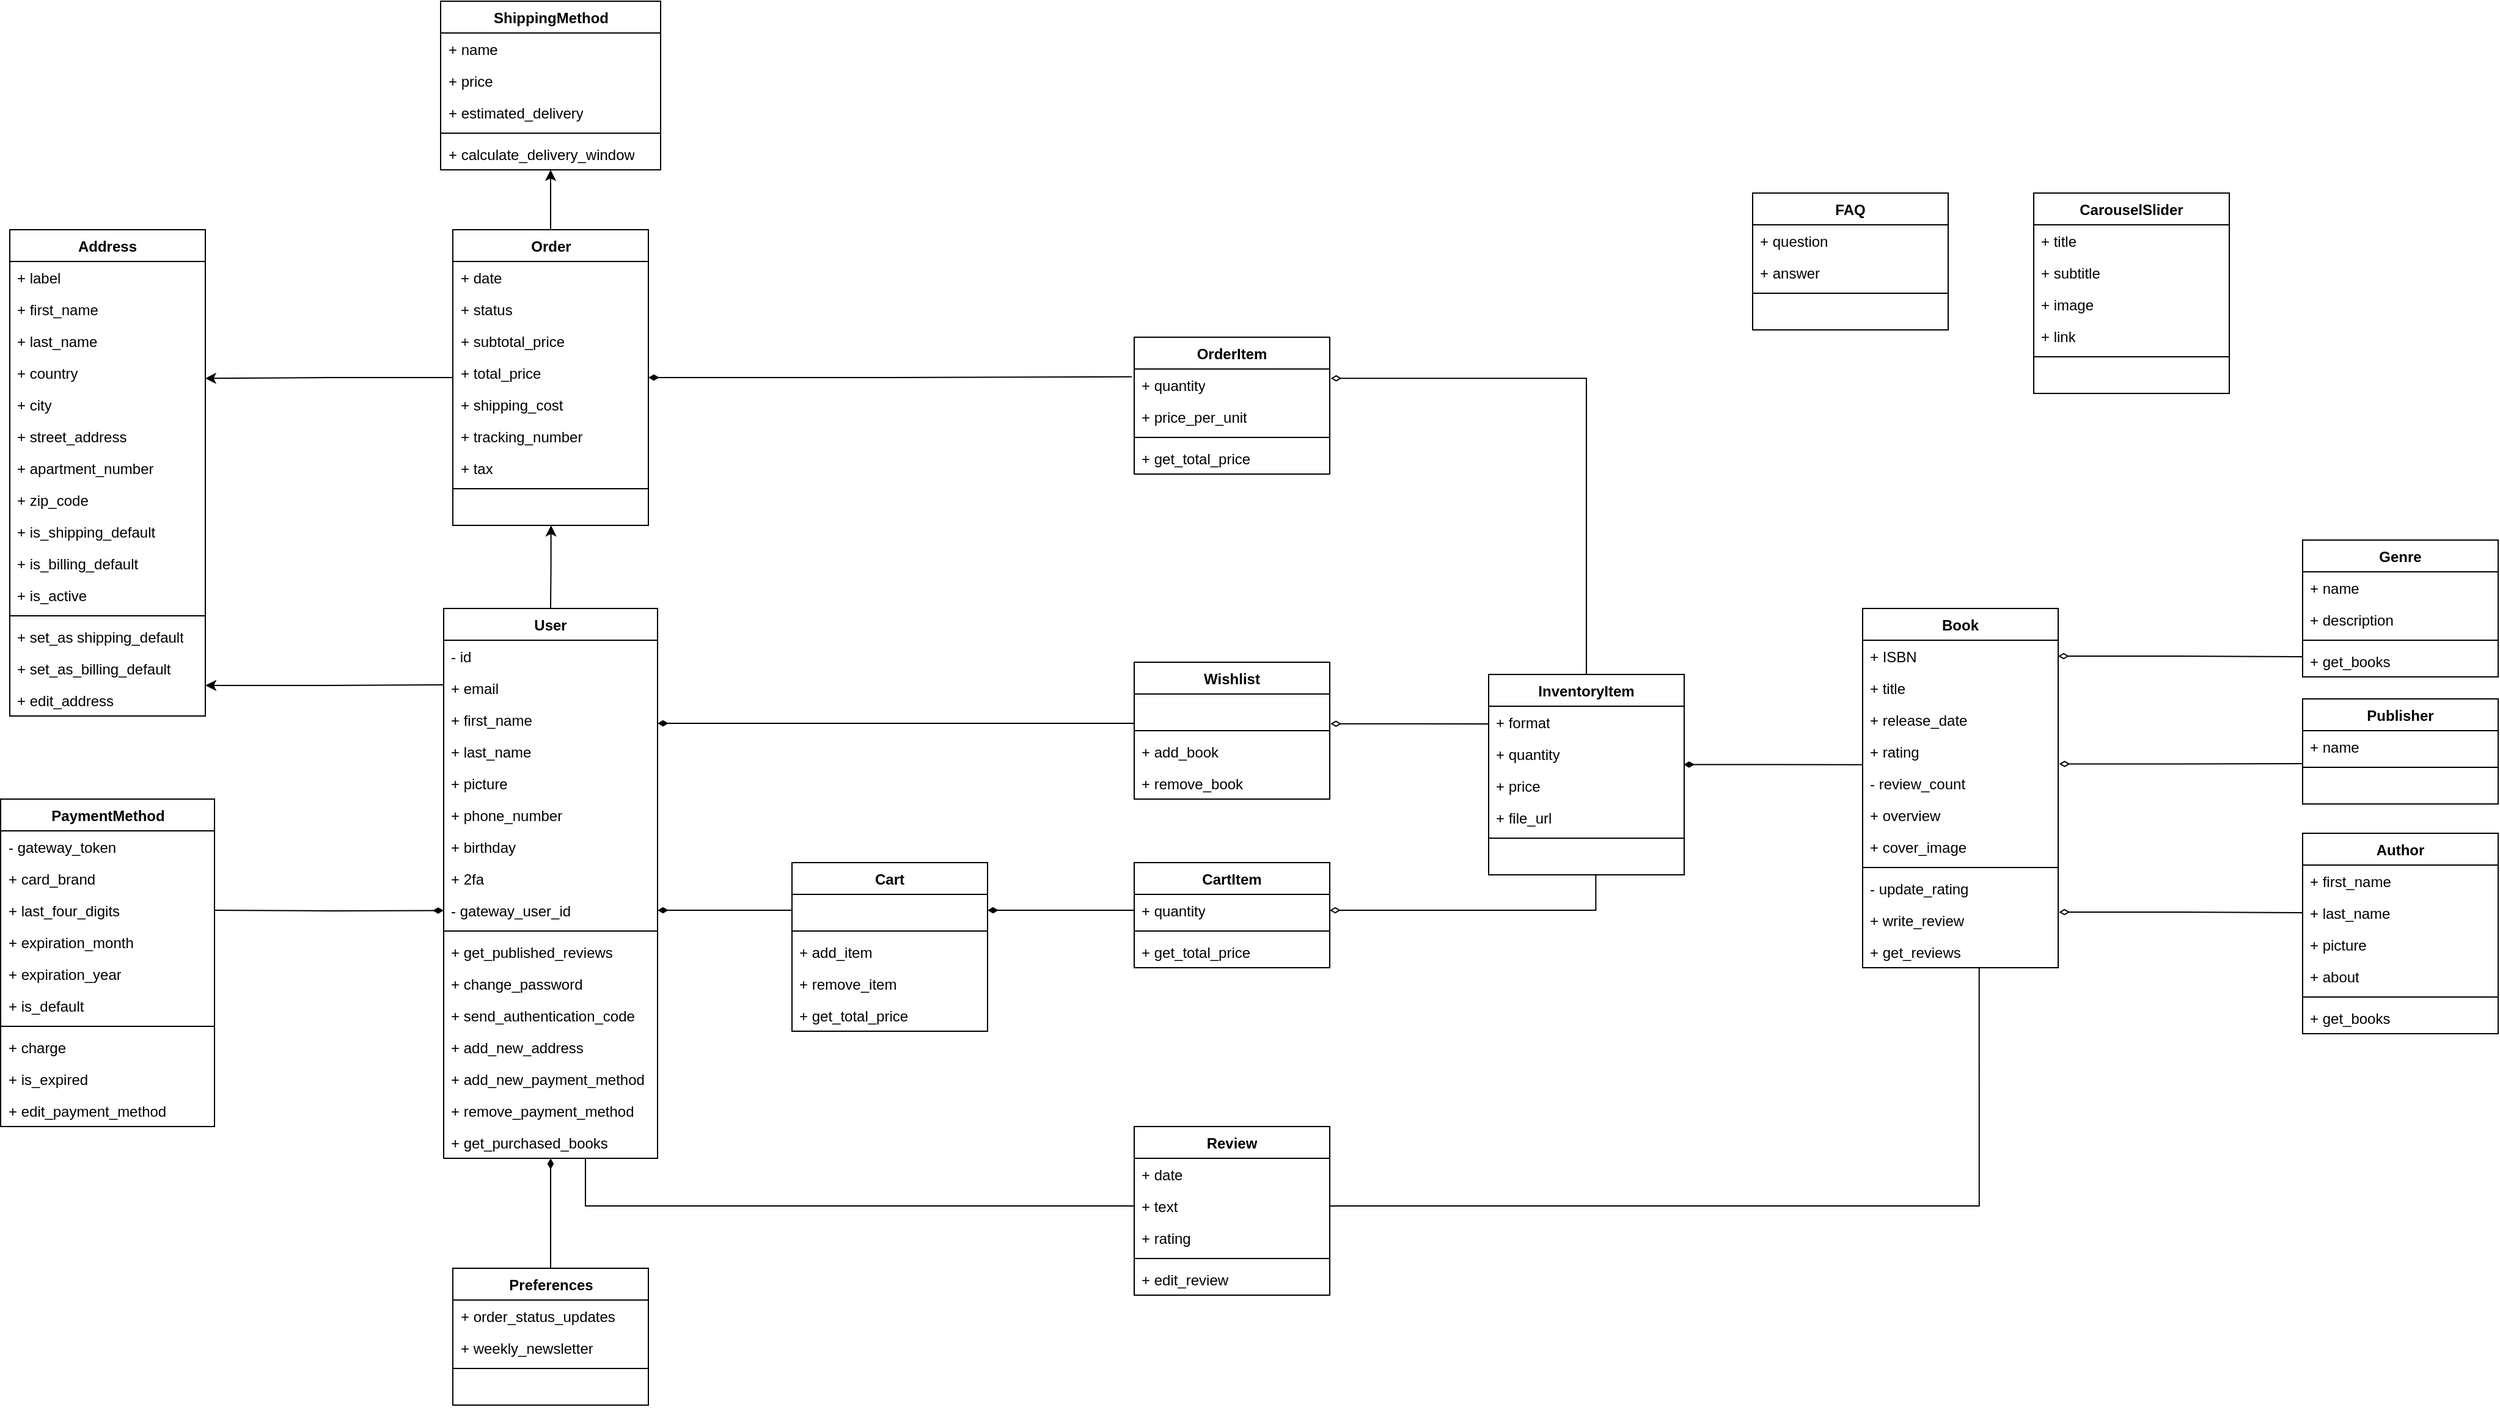
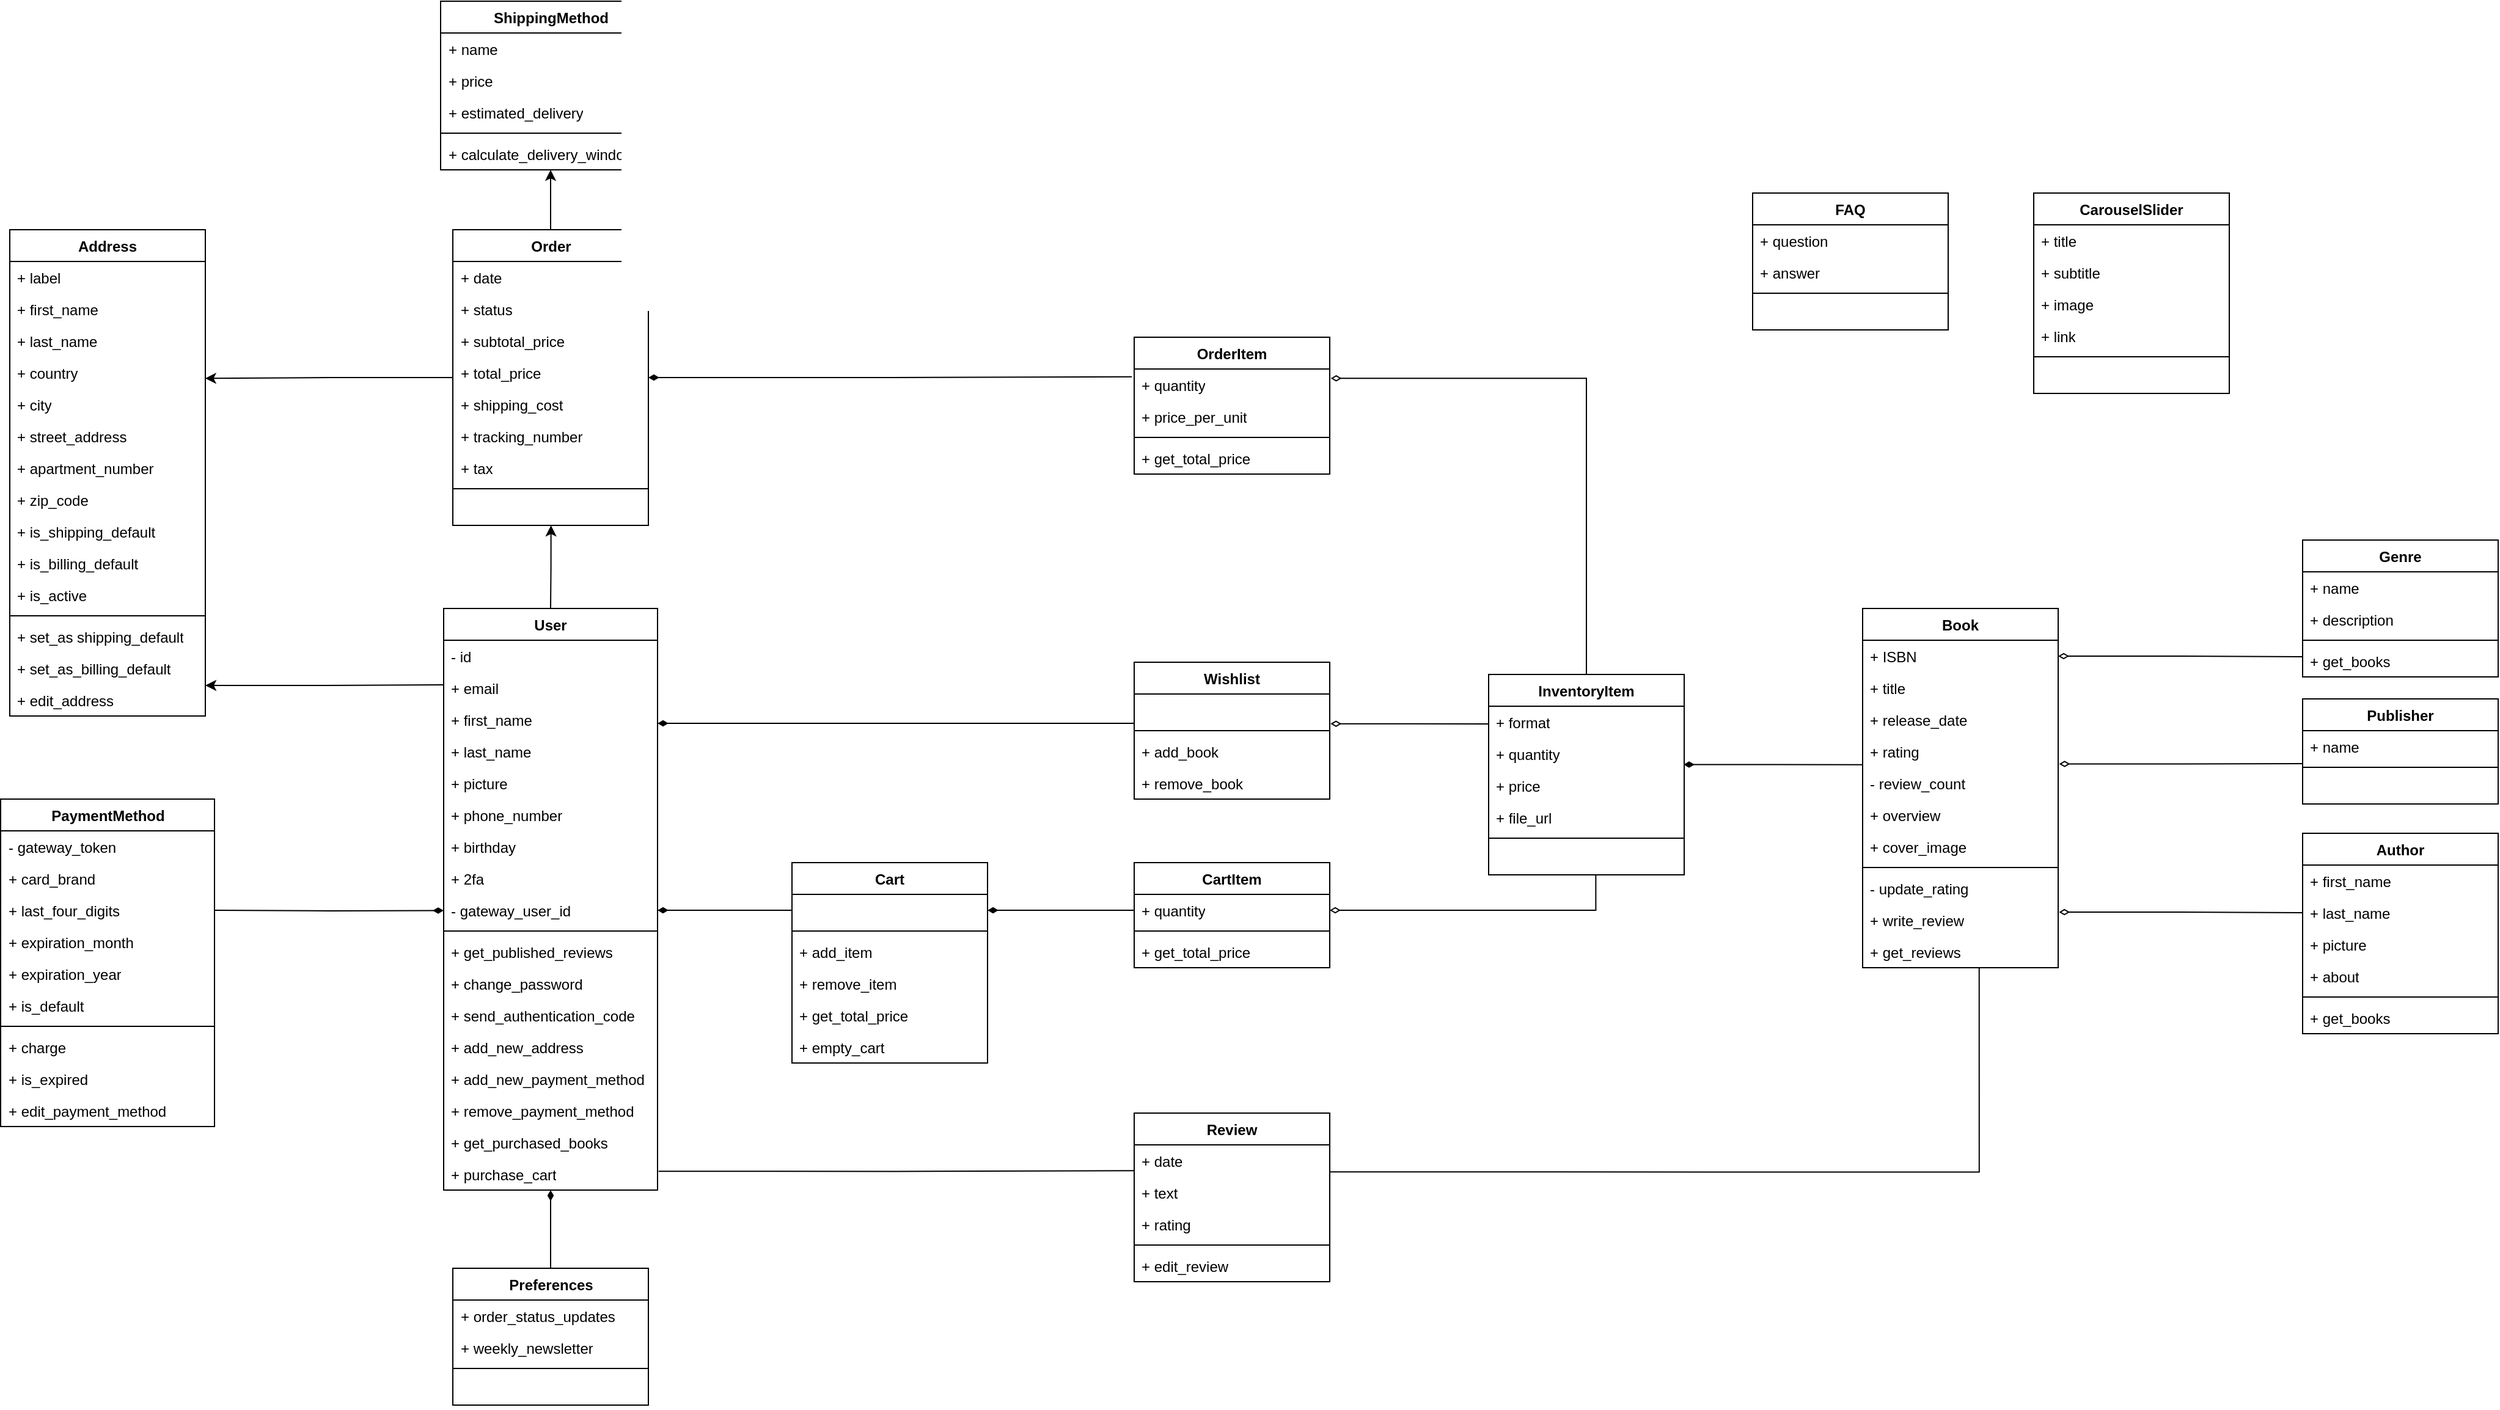
<mxfile host="app.diagrams.net" agent="5.0 (Windows NT 10.0; Win64; x64) AppleWebKit/537.36 (KHTML, like Gecko) Chrome/90.0.4430.212 Safari/537.36">
  <diagram name="Page-1" id="c4acf3e9-155e-7222-9cf6-157b1a14988f">
-     <mxGraphModel dx="3577" dy="2182" grid="1" gridSize="10" guides="1" tooltips="1" connect="1" arrows="1" fold="1" page="1" pageScale="1" pageWidth="850" pageHeight="1100" background="none" math="0" shadow="0">
+     <mxGraphModel dx="2725" dy="1844" grid="1" gridSize="10" guides="1" tooltips="1" connect="1" arrows="1" fold="1" page="1" pageScale="1" pageWidth="850" pageHeight="1100" background="none" math="0" shadow="0">
      <root>
        <mxCell id="0" />
        <mxCell id="1" parent="0" />
        <mxCell id="pfDlptEzQs39DvkstGPX-208" edge="1" parent="1" source="ptOtu5GnEy84TG-qNskw-1" style="edgeStyle=orthogonalEdgeStyle;rounded=0;orthogonalLoop=1;jettySize=auto;html=1;entryX=0.5;entryY=1;entryDx=0;entryDy=0;exitX=0.5;exitY=0;exitDx=0;exitDy=0;" target="pfDlptEzQs39DvkstGPX-78">
          <mxGeometry relative="1" as="geometry">
            <mxPoint x="40" y="80" as="targetPoint" />
          </mxGeometry>
        </mxCell>
        <mxCell id="pfDlptEzQs39DvkstGPX-211" edge="1" parent="1" source="ptOtu5GnEy84TG-qNskw-4" style="edgeStyle=orthogonalEdgeStyle;rounded=0;orthogonalLoop=1;jettySize=auto;html=1;entryX=0.5;entryY=0;entryDx=0;entryDy=0;endArrow=none;endFill=0;startArrow=classic;startFill=1;exitX=0.502;exitY=1;exitDx=0;exitDy=0;exitPerimeter=0;" target="pfDlptEzQs39DvkstGPX-1">
          <mxGeometry relative="1" as="geometry" />
        </mxCell>
        <mxCell id="ptOtu5GnEy84TG-qNskw-1" parent="1" style="swimlane;fontStyle=1;align=center;verticalAlign=top;childLayout=stackLayout;horizontal=1;startSize=26;horizontalStack=0;resizeParent=1;resizeParentMax=0;resizeLast=0;collapsible=1;marginBottom=0;whiteSpace=wrap;html=1;" value="Order" vertex="1">
          <mxGeometry height="242" width="160" x="202.5" y="-4" as="geometry" />
        </mxCell>
        <mxCell id="ptOtu5GnEy84TG-qNskw-19" parent="ptOtu5GnEy84TG-qNskw-1" style="text;strokeColor=none;fillColor=none;align=left;verticalAlign=top;spacingLeft=4;spacingRight=4;overflow=hidden;rotatable=0;points=[[0,0.5],[1,0.5]];portConstraint=eastwest;whiteSpace=wrap;html=1;" value="+ date" vertex="1">
          <mxGeometry height="26" width="160" y="26" as="geometry" />
        </mxCell>
        <mxCell id="ptOtu5GnEy84TG-qNskw-20" parent="ptOtu5GnEy84TG-qNskw-1" style="text;strokeColor=none;fillColor=none;align=left;verticalAlign=top;spacingLeft=4;spacingRight=4;overflow=hidden;rotatable=0;points=[[0,0.5],[1,0.5]];portConstraint=eastwest;whiteSpace=wrap;html=1;" value="+ status" vertex="1">
          <mxGeometry height="26" width="160" y="52" as="geometry" />
        </mxCell>
        <mxCell id="ptOtu5GnEy84TG-qNskw-21" parent="ptOtu5GnEy84TG-qNskw-1" style="text;strokeColor=none;fillColor=none;align=left;verticalAlign=top;spacingLeft=4;spacingRight=4;overflow=hidden;rotatable=0;points=[[0,0.5],[1,0.5]];portConstraint=eastwest;whiteSpace=wrap;html=1;" value="+ subtotal_price" vertex="1">
          <mxGeometry height="26" width="160" y="78" as="geometry" />
        </mxCell>
        <mxCell id="ptOtu5GnEy84TG-qNskw-22" parent="ptOtu5GnEy84TG-qNskw-1" style="text;strokeColor=none;fillColor=none;align=left;verticalAlign=top;spacingLeft=4;spacingRight=4;overflow=hidden;rotatable=0;points=[[0,0.5],[1,0.5]];portConstraint=eastwest;whiteSpace=wrap;html=1;" value="+ total_price" vertex="1">
          <mxGeometry height="26" width="160" y="104" as="geometry" />
        </mxCell>
        <mxCell id="pfDlptEzQs39DvkstGPX-58" parent="ptOtu5GnEy84TG-qNskw-1" style="text;strokeColor=none;fillColor=none;align=left;verticalAlign=top;spacingLeft=4;spacingRight=4;overflow=hidden;rotatable=0;points=[[0,0.5],[1,0.5]];portConstraint=eastwest;whiteSpace=wrap;html=1;" value="+ shipping_cost" vertex="1">
          <mxGeometry height="26" width="160" y="130" as="geometry" />
        </mxCell>
        <mxCell id="pfDlptEzQs39DvkstGPX-59" parent="ptOtu5GnEy84TG-qNskw-1" style="text;strokeColor=none;fillColor=none;align=left;verticalAlign=top;spacingLeft=4;spacingRight=4;overflow=hidden;rotatable=0;points=[[0,0.5],[1,0.5]];portConstraint=eastwest;whiteSpace=wrap;html=1;" value="+ tracking_number" vertex="1">
          <mxGeometry height="26" width="160" y="156" as="geometry" />
        </mxCell>
        <mxCell id="pfDlptEzQs39DvkstGPX-60" parent="ptOtu5GnEy84TG-qNskw-1" style="text;strokeColor=none;fillColor=none;align=left;verticalAlign=top;spacingLeft=4;spacingRight=4;overflow=hidden;rotatable=0;points=[[0,0.5],[1,0.5]];portConstraint=eastwest;whiteSpace=wrap;html=1;" value="+ tax" vertex="1">
          <mxGeometry height="26" width="160" y="182" as="geometry" />
        </mxCell>
        <mxCell id="ptOtu5GnEy84TG-qNskw-3" parent="ptOtu5GnEy84TG-qNskw-1" style="line;strokeWidth=1;fillColor=none;align=left;verticalAlign=middle;spacingTop=-1;spacingLeft=3;spacingRight=3;rotatable=0;labelPosition=right;points=[];portConstraint=eastwest;strokeColor=inherit;" value="" vertex="1">
          <mxGeometry height="8" width="160" y="208" as="geometry" />
        </mxCell>
        <mxCell id="ptOtu5GnEy84TG-qNskw-4" parent="ptOtu5GnEy84TG-qNskw-1" style="text;strokeColor=none;fillColor=none;align=left;verticalAlign=top;spacingLeft=4;spacingRight=4;overflow=hidden;rotatable=0;points=[[0,0.5],[1,0.5]];portConstraint=eastwest;whiteSpace=wrap;html=1;" value="&amp;nbsp;&amp;nbsp;" vertex="1">
          <mxGeometry height="26" width="160" y="216" as="geometry" />
        </mxCell>
        <mxCell id="ptOtu5GnEy84TG-qNskw-5" parent="1" style="swimlane;fontStyle=1;align=center;verticalAlign=top;childLayout=stackLayout;horizontal=1;startSize=26;horizontalStack=0;resizeParent=1;resizeParentMax=0;resizeLast=0;collapsible=1;marginBottom=0;whiteSpace=wrap;html=1;" value="Book" vertex="1">
          <mxGeometry height="294" width="160" x="1356" y="306" as="geometry" />
        </mxCell>
        <mxCell id="ptOtu5GnEy84TG-qNskw-18" parent="ptOtu5GnEy84TG-qNskw-5" style="text;strokeColor=none;fillColor=none;align=left;verticalAlign=top;spacingLeft=4;spacingRight=4;overflow=hidden;rotatable=0;points=[[0,0.5],[1,0.5]];portConstraint=eastwest;whiteSpace=wrap;html=1;" value="+ ISBN" vertex="1">
          <mxGeometry height="26" width="160" y="26" as="geometry" />
        </mxCell>
        <mxCell id="ptOtu5GnEy84TG-qNskw-13" parent="ptOtu5GnEy84TG-qNskw-5" style="text;strokeColor=none;fillColor=none;align=left;verticalAlign=top;spacingLeft=4;spacingRight=4;overflow=hidden;rotatable=0;points=[[0,0.5],[1,0.5]];portConstraint=eastwest;whiteSpace=wrap;html=1;" value="+ title" vertex="1">
          <mxGeometry height="26" width="160" y="52" as="geometry" />
        </mxCell>
        <mxCell id="pfDlptEzQs39DvkstGPX-95" parent="ptOtu5GnEy84TG-qNskw-5" style="text;strokeColor=none;fillColor=none;align=left;verticalAlign=top;spacingLeft=4;spacingRight=4;overflow=hidden;rotatable=0;points=[[0,0.5],[1,0.5]];portConstraint=eastwest;whiteSpace=wrap;html=1;" value="+ release_date" vertex="1">
          <mxGeometry height="26" width="160" y="78" as="geometry" />
        </mxCell>
        <mxCell id="ptOtu5GnEy84TG-qNskw-15" parent="ptOtu5GnEy84TG-qNskw-5" style="text;strokeColor=none;fillColor=none;align=left;verticalAlign=top;spacingLeft=4;spacingRight=4;overflow=hidden;rotatable=0;points=[[0,0.5],[1,0.5]];portConstraint=eastwest;whiteSpace=wrap;html=1;" value="+ rating" vertex="1">
          <mxGeometry height="26" width="160" y="104" as="geometry" />
        </mxCell>
        <mxCell id="pfDlptEzQs39DvkstGPX-178" parent="ptOtu5GnEy84TG-qNskw-5" style="text;strokeColor=none;fillColor=none;align=left;verticalAlign=top;spacingLeft=4;spacingRight=4;overflow=hidden;rotatable=0;points=[[0,0.5],[1,0.5]];portConstraint=eastwest;whiteSpace=wrap;html=1;" value="- review_count" vertex="1">
          <mxGeometry height="26" width="160" y="130" as="geometry" />
        </mxCell>
        <mxCell id="pfDlptEzQs39DvkstGPX-96" parent="ptOtu5GnEy84TG-qNskw-5" style="text;strokeColor=none;fillColor=none;align=left;verticalAlign=top;spacingLeft=4;spacingRight=4;overflow=hidden;rotatable=0;points=[[0,0.5],[1,0.5]];portConstraint=eastwest;whiteSpace=wrap;html=1;" value="+ overview" vertex="1">
          <mxGeometry height="26" width="160" y="156" as="geometry" />
        </mxCell>
        <mxCell id="pfDlptEzQs39DvkstGPX-97" parent="ptOtu5GnEy84TG-qNskw-5" style="text;strokeColor=none;fillColor=none;align=left;verticalAlign=top;spacingLeft=4;spacingRight=4;overflow=hidden;rotatable=0;points=[[0,0.5],[1,0.5]];portConstraint=eastwest;whiteSpace=wrap;html=1;" value="+ cover_image" vertex="1">
          <mxGeometry height="26" width="160" y="182" as="geometry" />
        </mxCell>
        <mxCell id="ptOtu5GnEy84TG-qNskw-7" parent="ptOtu5GnEy84TG-qNskw-5" style="line;strokeWidth=1;fillColor=none;align=left;verticalAlign=middle;spacingTop=-1;spacingLeft=3;spacingRight=3;rotatable=0;labelPosition=right;points=[];portConstraint=eastwest;strokeColor=inherit;" value="" vertex="1">
          <mxGeometry height="8" width="160" y="208" as="geometry" />
        </mxCell>
        <mxCell id="ptOtu5GnEy84TG-qNskw-8" parent="ptOtu5GnEy84TG-qNskw-5" style="text;align=left;verticalAlign=top;spacingLeft=4;spacingRight=4;overflow=hidden;rotatable=0;points=[[0,0.5],[1,0.5]];portConstraint=eastwest;whiteSpace=wrap;html=1;" value="- update_rating" vertex="1">
          <mxGeometry height="26" width="160" y="216" as="geometry" />
        </mxCell>
        <mxCell id="pfDlptEzQs39DvkstGPX-194" parent="ptOtu5GnEy84TG-qNskw-5" style="text;align=left;verticalAlign=top;spacingLeft=4;spacingRight=4;overflow=hidden;rotatable=0;points=[[0,0.5],[1,0.5]];portConstraint=eastwest;whiteSpace=wrap;html=1;" value="+ write_review" vertex="1">
          <mxGeometry height="26" width="160" y="242" as="geometry" />
        </mxCell>
        <mxCell id="pfDlptEzQs39DvkstGPX-241" parent="ptOtu5GnEy84TG-qNskw-5" style="text;align=left;verticalAlign=top;spacingLeft=4;spacingRight=4;overflow=hidden;rotatable=0;points=[[0,0.5],[1,0.5]];portConstraint=eastwest;whiteSpace=wrap;html=1;" value="+ get_reviews" vertex="1">
          <mxGeometry height="26" width="160" y="268" as="geometry" />
        </mxCell>
        <mxCell id="ptOtu5GnEy84TG-qNskw-9" parent="1" style="swimlane;fontStyle=1;align=center;verticalAlign=top;childLayout=stackLayout;horizontal=1;startSize=26;horizontalStack=0;resizeParent=1;resizeParentMax=0;resizeLast=0;collapsible=1;marginBottom=0;whiteSpace=wrap;html=1;" value="Author" vertex="1">
          <mxGeometry height="164" width="160" x="1716" y="490" as="geometry" />
        </mxCell>
        <mxCell id="ptOtu5GnEy84TG-qNskw-10" parent="ptOtu5GnEy84TG-qNskw-9" style="text;strokeColor=none;fillColor=none;align=left;verticalAlign=top;spacingLeft=4;spacingRight=4;overflow=hidden;rotatable=0;points=[[0,0.5],[1,0.5]];portConstraint=eastwest;whiteSpace=wrap;html=1;" value="+ first_name" vertex="1">
          <mxGeometry height="26" width="160" y="26" as="geometry" />
        </mxCell>
        <mxCell id="pfDlptEzQs39DvkstGPX-100" parent="ptOtu5GnEy84TG-qNskw-9" style="text;strokeColor=none;fillColor=none;align=left;verticalAlign=top;spacingLeft=4;spacingRight=4;overflow=hidden;rotatable=0;points=[[0,0.5],[1,0.5]];portConstraint=eastwest;whiteSpace=wrap;html=1;" value="+ last_name" vertex="1">
          <mxGeometry height="26" width="160" y="52" as="geometry" />
        </mxCell>
        <mxCell id="pfDlptEzQs39DvkstGPX-101" parent="ptOtu5GnEy84TG-qNskw-9" style="text;strokeColor=none;fillColor=none;align=left;verticalAlign=top;spacingLeft=4;spacingRight=4;overflow=hidden;rotatable=0;points=[[0,0.5],[1,0.5]];portConstraint=eastwest;whiteSpace=wrap;html=1;" value="+ picture" vertex="1">
          <mxGeometry height="26" width="160" y="78" as="geometry" />
        </mxCell>
        <mxCell id="pfDlptEzQs39DvkstGPX-102" parent="ptOtu5GnEy84TG-qNskw-9" style="text;strokeColor=none;fillColor=none;align=left;verticalAlign=top;spacingLeft=4;spacingRight=4;overflow=hidden;rotatable=0;points=[[0,0.5],[1,0.5]];portConstraint=eastwest;whiteSpace=wrap;html=1;" value="+ about" vertex="1">
          <mxGeometry height="26" width="160" y="104" as="geometry" />
        </mxCell>
        <mxCell id="ptOtu5GnEy84TG-qNskw-11" parent="ptOtu5GnEy84TG-qNskw-9" style="line;strokeWidth=1;fillColor=none;align=left;verticalAlign=middle;spacingTop=-1;spacingLeft=3;spacingRight=3;rotatable=0;labelPosition=right;points=[];portConstraint=eastwest;strokeColor=inherit;" value="" vertex="1">
          <mxGeometry height="8" width="160" y="130" as="geometry" />
        </mxCell>
        <mxCell id="ptOtu5GnEy84TG-qNskw-12" parent="ptOtu5GnEy84TG-qNskw-9" style="text;strokeColor=none;fillColor=none;align=left;verticalAlign=top;spacingLeft=4;spacingRight=4;overflow=hidden;rotatable=0;points=[[0,0.5],[1,0.5]];portConstraint=eastwest;whiteSpace=wrap;html=1;" value="+ get_books" vertex="1">
          <mxGeometry height="26" width="160" y="138" as="geometry" />
        </mxCell>
        <mxCell id="ptOtu5GnEy84TG-qNskw-25" parent="1" style="swimlane;fontStyle=1;align=center;verticalAlign=top;childLayout=stackLayout;horizontal=1;startSize=26;horizontalStack=0;resizeParent=1;resizeParentMax=0;resizeLast=0;collapsible=1;marginBottom=0;whiteSpace=wrap;html=1;" value="Review" vertex="1">
-           <mxGeometry height="138" width="160" x="760" y="730" as="geometry" />
+           <mxGeometry height="138" width="160" x="760" y="719" as="geometry" />
        </mxCell>
        <mxCell id="ptOtu5GnEy84TG-qNskw-26" parent="ptOtu5GnEy84TG-qNskw-25" style="text;strokeColor=none;fillColor=none;align=left;verticalAlign=top;spacingLeft=4;spacingRight=4;overflow=hidden;rotatable=0;points=[[0,0.5],[1,0.5]];portConstraint=eastwest;whiteSpace=wrap;html=1;" value="+ date" vertex="1">
          <mxGeometry height="26" width="160" y="26" as="geometry" />
        </mxCell>
        <mxCell id="ptOtu5GnEy84TG-qNskw-29" parent="ptOtu5GnEy84TG-qNskw-25" style="text;strokeColor=none;fillColor=none;align=left;verticalAlign=top;spacingLeft=4;spacingRight=4;overflow=hidden;rotatable=0;points=[[0,0.5],[1,0.5]];portConstraint=eastwest;whiteSpace=wrap;html=1;" value="+ text" vertex="1">
          <mxGeometry height="26" width="160" y="52" as="geometry" />
        </mxCell>
        <mxCell id="pfDlptEzQs39DvkstGPX-144" parent="ptOtu5GnEy84TG-qNskw-25" style="text;strokeColor=none;fillColor=none;align=left;verticalAlign=top;spacingLeft=4;spacingRight=4;overflow=hidden;rotatable=0;points=[[0,0.5],[1,0.5]];portConstraint=eastwest;whiteSpace=wrap;html=1;" value="+ rating" vertex="1">
          <mxGeometry height="26" width="160" y="78" as="geometry" />
        </mxCell>
        <mxCell id="ptOtu5GnEy84TG-qNskw-27" parent="ptOtu5GnEy84TG-qNskw-25" style="line;strokeWidth=1;fillColor=none;align=left;verticalAlign=middle;spacingTop=-1;spacingLeft=3;spacingRight=3;rotatable=0;labelPosition=right;points=[];portConstraint=eastwest;strokeColor=inherit;" value="" vertex="1">
          <mxGeometry height="8" width="160" y="104" as="geometry" />
        </mxCell>
        <mxCell id="ptOtu5GnEy84TG-qNskw-28" parent="ptOtu5GnEy84TG-qNskw-25" style="text;strokeColor=none;fillColor=none;align=left;verticalAlign=top;spacingLeft=4;spacingRight=4;overflow=hidden;rotatable=0;points=[[0,0.5],[1,0.5]];portConstraint=eastwest;whiteSpace=wrap;html=1;" value="+ edit_review" vertex="1">
          <mxGeometry height="26" width="160" y="112" as="geometry" />
        </mxCell>
        <mxCell id="pfDlptEzQs39DvkstGPX-212" edge="1" parent="1" style="edgeStyle=orthogonalEdgeStyle;rounded=0;orthogonalLoop=1;jettySize=auto;html=1;entryX=1;entryY=0.5;entryDx=0;entryDy=0;exitX=-0.001;exitY=0.864;exitDx=0;exitDy=0;exitPerimeter=0;">
          <mxGeometry relative="1" as="geometry">
            <mxPoint x="194.82500000000005" y="368.46399999999994" as="sourcePoint" />
            <mxPoint y="368.9999999999998" as="targetPoint" />
          </mxGeometry>
        </mxCell>
        <mxCell id="pfDlptEzQs39DvkstGPX-1" parent="1" style="swimlane;fontStyle=1;align=center;verticalAlign=top;childLayout=stackLayout;horizontal=1;startSize=26;horizontalStack=0;resizeParent=1;resizeParentMax=0;resizeLast=0;collapsible=1;marginBottom=0;whiteSpace=wrap;html=1;" value="User" vertex="1">
-           <mxGeometry height="450" width="175" x="195" y="306" as="geometry" />
+           <mxGeometry height="476" width="175" x="195" y="306" as="geometry" />
        </mxCell>
        <mxCell id="pfDlptEzQs39DvkstGPX-3" parent="pfDlptEzQs39DvkstGPX-1" style="text;strokeColor=none;fillColor=none;align=left;verticalAlign=top;spacingLeft=4;spacingRight=4;overflow=hidden;rotatable=0;points=[[0,0.5],[1,0.5]];portConstraint=eastwest;whiteSpace=wrap;html=1;" value="- id" vertex="1">
          <mxGeometry height="26" width="175" y="26" as="geometry" />
        </mxCell>
        <mxCell id="pfDlptEzQs39DvkstGPX-246" parent="pfDlptEzQs39DvkstGPX-1" style="text;strokeColor=none;fillColor=none;align=left;verticalAlign=top;spacingLeft=4;spacingRight=4;overflow=hidden;rotatable=0;points=[[0,0.5],[1,0.5]];portConstraint=eastwest;whiteSpace=wrap;html=1;" value="+ email" vertex="1">
          <mxGeometry height="26" width="175" y="52" as="geometry" />
        </mxCell>
        <mxCell id="pfDlptEzQs39DvkstGPX-63" parent="pfDlptEzQs39DvkstGPX-1" style="text;strokeColor=none;fillColor=none;align=left;verticalAlign=top;spacingLeft=4;spacingRight=4;overflow=hidden;rotatable=0;points=[[0,0.5],[1,0.5]];portConstraint=eastwest;whiteSpace=wrap;html=1;" value="+ first_name" vertex="1">
          <mxGeometry height="26" width="175" y="78" as="geometry" />
        </mxCell>
        <mxCell id="pfDlptEzQs39DvkstGPX-4" parent="pfDlptEzQs39DvkstGPX-1" style="text;strokeColor=none;fillColor=none;align=left;verticalAlign=top;spacingLeft=4;spacingRight=4;overflow=hidden;rotatable=0;points=[[0,0.5],[1,0.5]];portConstraint=eastwest;whiteSpace=wrap;html=1;" value="+ last_name" vertex="1">
          <mxGeometry height="26" width="175" y="104" as="geometry" />
        </mxCell>
        <mxCell id="pfDlptEzQs39DvkstGPX-5" parent="pfDlptEzQs39DvkstGPX-1" style="text;strokeColor=none;fillColor=none;align=left;verticalAlign=top;spacingLeft=4;spacingRight=4;overflow=hidden;rotatable=0;points=[[0,0.5],[1,0.5]];portConstraint=eastwest;whiteSpace=wrap;html=1;" value="+ picture" vertex="1">
          <mxGeometry height="26" width="175" y="130" as="geometry" />
        </mxCell>
        <mxCell id="pfDlptEzQs39DvkstGPX-6" parent="pfDlptEzQs39DvkstGPX-1" style="text;strokeColor=none;fillColor=none;align=left;verticalAlign=top;spacingLeft=4;spacingRight=4;overflow=hidden;rotatable=0;points=[[0,0.5],[1,0.5]];portConstraint=eastwest;whiteSpace=wrap;html=1;" value="+ phone_number" vertex="1">
          <mxGeometry height="26" width="175" y="156" as="geometry" />
        </mxCell>
        <mxCell id="pfDlptEzQs39DvkstGPX-7" parent="pfDlptEzQs39DvkstGPX-1" style="text;strokeColor=none;fillColor=none;align=left;verticalAlign=top;spacingLeft=4;spacingRight=4;overflow=hidden;rotatable=0;points=[[0,0.5],[1,0.5]];portConstraint=eastwest;whiteSpace=wrap;html=1;" value="+ birthday" vertex="1">
          <mxGeometry height="26" width="175" y="182" as="geometry" />
        </mxCell>
        <mxCell id="pfDlptEzQs39DvkstGPX-64" parent="pfDlptEzQs39DvkstGPX-1" style="text;strokeColor=none;fillColor=none;align=left;verticalAlign=top;spacingLeft=4;spacingRight=4;overflow=hidden;rotatable=0;points=[[0,0.5],[1,0.5]];portConstraint=eastwest;whiteSpace=wrap;html=1;" value="+ 2fa" vertex="1">
          <mxGeometry height="26" width="175" y="208" as="geometry" />
        </mxCell>
        <mxCell id="pfDlptEzQs39DvkstGPX-67" parent="pfDlptEzQs39DvkstGPX-1" style="text;strokeColor=none;fillColor=none;align=left;verticalAlign=top;spacingLeft=4;spacingRight=4;overflow=hidden;rotatable=0;points=[[0,0.5],[1,0.5]];portConstraint=eastwest;whiteSpace=wrap;html=1;" value="- gateway_user_id" vertex="1">
          <mxGeometry height="26" width="175" y="234" as="geometry" />
        </mxCell>
        <mxCell id="pfDlptEzQs39DvkstGPX-8" parent="pfDlptEzQs39DvkstGPX-1" style="line;strokeWidth=1;fillColor=none;align=left;verticalAlign=middle;spacingTop=-1;spacingLeft=3;spacingRight=3;rotatable=0;labelPosition=right;points=[];portConstraint=eastwest;strokeColor=inherit;" value="" vertex="1">
          <mxGeometry height="8" width="175" y="260" as="geometry" />
        </mxCell>
        <mxCell id="pfDlptEzQs39DvkstGPX-68" parent="pfDlptEzQs39DvkstGPX-1" style="text;strokeColor=none;fillColor=none;align=left;verticalAlign=top;spacingLeft=4;spacingRight=4;overflow=hidden;rotatable=0;points=[[0,0.5],[1,0.5]];portConstraint=eastwest;whiteSpace=wrap;html=1;" value="+ get_published_reviews" vertex="1">
          <mxGeometry height="26" width="175" y="268" as="geometry" />
        </mxCell>
        <mxCell id="pfDlptEzQs39DvkstGPX-69" parent="pfDlptEzQs39DvkstGPX-1" style="text;strokeColor=none;fillColor=none;align=left;verticalAlign=top;spacingLeft=4;spacingRight=4;overflow=hidden;rotatable=0;points=[[0,0.5],[1,0.5]];portConstraint=eastwest;whiteSpace=wrap;html=1;" value="+ change_password" vertex="1">
          <mxGeometry height="26" width="175" y="294" as="geometry" />
        </mxCell>
        <mxCell id="pfDlptEzQs39DvkstGPX-70" parent="pfDlptEzQs39DvkstGPX-1" style="text;strokeColor=none;fillColor=none;align=left;verticalAlign=top;spacingLeft=4;spacingRight=4;overflow=hidden;rotatable=0;points=[[0,0.5],[1,0.5]];portConstraint=eastwest;whiteSpace=wrap;html=1;" value="+ send_authentication_code" vertex="1">
          <mxGeometry height="26" width="175" y="320" as="geometry" />
        </mxCell>
        <mxCell id="pfDlptEzQs39DvkstGPX-173" parent="pfDlptEzQs39DvkstGPX-1" style="text;strokeColor=none;fillColor=none;align=left;verticalAlign=top;spacingLeft=4;spacingRight=4;overflow=hidden;rotatable=0;points=[[0,0.5],[1,0.5]];portConstraint=eastwest;whiteSpace=wrap;html=1;" value="+ add_new_address" vertex="1">
          <mxGeometry height="26" width="175" y="346" as="geometry" />
        </mxCell>
        <mxCell id="pfDlptEzQs39DvkstGPX-175" parent="pfDlptEzQs39DvkstGPX-1" style="text;strokeColor=none;fillColor=none;align=left;verticalAlign=top;spacingLeft=4;spacingRight=4;overflow=hidden;rotatable=0;points=[[0,0.5],[1,0.5]];portConstraint=eastwest;whiteSpace=wrap;html=1;" value="+ add_new_payment_method" vertex="1">
          <mxGeometry height="26" width="175" y="372" as="geometry" />
        </mxCell>
        <mxCell id="pfDlptEzQs39DvkstGPX-224" parent="pfDlptEzQs39DvkstGPX-1" style="text;strokeColor=none;fillColor=none;align=left;verticalAlign=top;spacingLeft=4;spacingRight=4;overflow=hidden;rotatable=0;points=[[0,0.5],[1,0.5]];portConstraint=eastwest;whiteSpace=wrap;html=1;" value="+ remove_payment_method" vertex="1">
          <mxGeometry height="26" width="175" y="398" as="geometry" />
        </mxCell>
        <mxCell id="pfDlptEzQs39DvkstGPX-193" parent="pfDlptEzQs39DvkstGPX-1" style="text;strokeColor=none;fillColor=none;align=left;verticalAlign=top;spacingLeft=4;spacingRight=4;overflow=hidden;rotatable=0;points=[[0,0.5],[1,0.5]];portConstraint=eastwest;whiteSpace=wrap;html=1;" value="+ get_purchased_books" vertex="1">
          <mxGeometry height="26" width="175" y="424" as="geometry" />
        </mxCell>
+         <mxCell id="pfDlptEzQs39DvkstGPX-247" parent="pfDlptEzQs39DvkstGPX-1" style="text;strokeColor=none;fillColor=none;align=left;verticalAlign=top;spacingLeft=4;spacingRight=4;overflow=hidden;rotatable=0;points=[[0,0.5],[1,0.5]];portConstraint=eastwest;whiteSpace=wrap;html=1;" value="+ purchase_cart" vertex="1">
+           <mxGeometry height="26" width="175" y="450" as="geometry" />
+         </mxCell>
        <mxCell id="pfDlptEzQs39DvkstGPX-47" parent="1" style="swimlane;fontStyle=1;align=center;verticalAlign=top;childLayout=stackLayout;horizontal=1;startSize=26;horizontalStack=0;resizeParent=1;resizeParentMax=0;resizeLast=0;collapsible=1;marginBottom=0;whiteSpace=wrap;html=1;" value="Address" vertex="1">
          <mxGeometry height="398" width="160" x="-160" y="-4" as="geometry" />
        </mxCell>
        <mxCell id="pfDlptEzQs39DvkstGPX-49" parent="pfDlptEzQs39DvkstGPX-47" style="text;strokeColor=none;fillColor=none;align=left;verticalAlign=top;spacingLeft=4;spacingRight=4;overflow=hidden;rotatable=0;points=[[0,0.5],[1,0.5]];portConstraint=eastwest;whiteSpace=wrap;html=1;" value="+ label" vertex="1">
          <mxGeometry height="26" width="160" y="26" as="geometry" />
        </mxCell>
        <mxCell id="pfDlptEzQs39DvkstGPX-50" parent="pfDlptEzQs39DvkstGPX-47" style="text;strokeColor=none;fillColor=none;align=left;verticalAlign=top;spacingLeft=4;spacingRight=4;overflow=hidden;rotatable=0;points=[[0,0.5],[1,0.5]];portConstraint=eastwest;whiteSpace=wrap;html=1;" value="+ first_name" vertex="1">
          <mxGeometry height="26" width="160" y="52" as="geometry" />
        </mxCell>
        <mxCell id="pfDlptEzQs39DvkstGPX-51" parent="pfDlptEzQs39DvkstGPX-47" style="text;strokeColor=none;fillColor=none;align=left;verticalAlign=top;spacingLeft=4;spacingRight=4;overflow=hidden;rotatable=0;points=[[0,0.5],[1,0.5]];portConstraint=eastwest;whiteSpace=wrap;html=1;" value="+ last_name" vertex="1">
          <mxGeometry height="26" width="160" y="78" as="geometry" />
        </mxCell>
        <mxCell id="pfDlptEzQs39DvkstGPX-52" parent="pfDlptEzQs39DvkstGPX-47" style="text;strokeColor=none;fillColor=none;align=left;verticalAlign=top;spacingLeft=4;spacingRight=4;overflow=hidden;rotatable=0;points=[[0,0.5],[1,0.5]];portConstraint=eastwest;whiteSpace=wrap;html=1;" value="+ country" vertex="1">
          <mxGeometry height="26" width="160" y="104" as="geometry" />
        </mxCell>
        <mxCell id="pfDlptEzQs39DvkstGPX-53" parent="pfDlptEzQs39DvkstGPX-47" style="text;strokeColor=none;fillColor=none;align=left;verticalAlign=top;spacingLeft=4;spacingRight=4;overflow=hidden;rotatable=0;points=[[0,0.5],[1,0.5]];portConstraint=eastwest;whiteSpace=wrap;html=1;" value="+ city" vertex="1">
          <mxGeometry height="26" width="160" y="130" as="geometry" />
        </mxCell>
        <mxCell id="pfDlptEzQs39DvkstGPX-54" parent="pfDlptEzQs39DvkstGPX-47" style="text;strokeColor=none;fillColor=none;align=left;verticalAlign=top;spacingLeft=4;spacingRight=4;overflow=hidden;rotatable=0;points=[[0,0.5],[1,0.5]];portConstraint=eastwest;whiteSpace=wrap;html=1;" value="+ street_address" vertex="1">
          <mxGeometry height="26" width="160" y="156" as="geometry" />
        </mxCell>
        <mxCell id="pfDlptEzQs39DvkstGPX-71" parent="pfDlptEzQs39DvkstGPX-47" style="text;strokeColor=none;fillColor=none;align=left;verticalAlign=top;spacingLeft=4;spacingRight=4;overflow=hidden;rotatable=0;points=[[0,0.5],[1,0.5]];portConstraint=eastwest;whiteSpace=wrap;html=1;" value="+ apartment_number" vertex="1">
          <mxGeometry height="26" width="160" y="182" as="geometry" />
        </mxCell>
        <mxCell id="pfDlptEzQs39DvkstGPX-72" parent="pfDlptEzQs39DvkstGPX-47" style="text;strokeColor=none;fillColor=none;align=left;verticalAlign=top;spacingLeft=4;spacingRight=4;overflow=hidden;rotatable=0;points=[[0,0.5],[1,0.5]];portConstraint=eastwest;whiteSpace=wrap;html=1;" value="+ zip_code" vertex="1">
          <mxGeometry height="26" width="160" y="208" as="geometry" />
        </mxCell>
        <mxCell id="pfDlptEzQs39DvkstGPX-73" parent="pfDlptEzQs39DvkstGPX-47" style="text;strokeColor=none;fillColor=none;align=left;verticalAlign=top;spacingLeft=4;spacingRight=4;overflow=hidden;rotatable=0;points=[[0,0.5],[1,0.5]];portConstraint=eastwest;whiteSpace=wrap;html=1;" value="+ is_shipping_default" vertex="1">
          <mxGeometry height="26" width="160" y="234" as="geometry" />
        </mxCell>
        <mxCell id="pfDlptEzQs39DvkstGPX-74" parent="pfDlptEzQs39DvkstGPX-47" style="text;strokeColor=none;fillColor=none;align=left;verticalAlign=top;spacingLeft=4;spacingRight=4;overflow=hidden;rotatable=0;points=[[0,0.5],[1,0.5]];portConstraint=eastwest;whiteSpace=wrap;html=1;" value="+ is_billing_default" vertex="1">
          <mxGeometry height="26" width="160" y="260" as="geometry" />
        </mxCell>
        <mxCell id="pfDlptEzQs39DvkstGPX-209" parent="pfDlptEzQs39DvkstGPX-47" style="text;strokeColor=none;fillColor=none;align=left;verticalAlign=top;spacingLeft=4;spacingRight=4;overflow=hidden;rotatable=0;points=[[0,0.5],[1,0.5]];portConstraint=eastwest;whiteSpace=wrap;html=1;" value="+ is_active" vertex="1">
          <mxGeometry height="26" width="160" y="286" as="geometry" />
        </mxCell>
        <mxCell id="pfDlptEzQs39DvkstGPX-55" parent="pfDlptEzQs39DvkstGPX-47" style="line;strokeWidth=1;fillColor=none;align=left;verticalAlign=middle;spacingTop=-1;spacingLeft=3;spacingRight=3;rotatable=0;labelPosition=right;points=[];portConstraint=eastwest;strokeColor=inherit;" value="" vertex="1">
          <mxGeometry height="8" width="160" y="312" as="geometry" />
        </mxCell>
        <mxCell id="pfDlptEzQs39DvkstGPX-56" parent="pfDlptEzQs39DvkstGPX-47" style="text;strokeColor=none;fillColor=none;align=left;verticalAlign=top;spacingLeft=4;spacingRight=4;overflow=hidden;rotatable=0;points=[[0,0.5],[1,0.5]];portConstraint=eastwest;whiteSpace=wrap;html=1;" value="+ set_as shipping_default" vertex="1">
          <mxGeometry height="26" width="160" y="320" as="geometry" />
        </mxCell>
        <mxCell id="pfDlptEzQs39DvkstGPX-75" parent="pfDlptEzQs39DvkstGPX-47" style="text;strokeColor=none;fillColor=none;align=left;verticalAlign=top;spacingLeft=4;spacingRight=4;overflow=hidden;rotatable=0;points=[[0,0.5],[1,0.5]];portConstraint=eastwest;whiteSpace=wrap;html=1;" value="+ set_as_billing_default" vertex="1">
          <mxGeometry height="26" width="160" y="346" as="geometry" />
        </mxCell>
        <mxCell id="pfDlptEzQs39DvkstGPX-190" parent="pfDlptEzQs39DvkstGPX-47" style="text;strokeColor=none;fillColor=none;align=left;verticalAlign=top;spacingLeft=4;spacingRight=4;overflow=hidden;rotatable=0;points=[[0,0.5],[1,0.5]];portConstraint=eastwest;whiteSpace=wrap;html=1;" value="+ edit_address" vertex="1">
          <mxGeometry height="26" width="160" y="372" as="geometry" />
        </mxCell>
        <mxCell id="pfDlptEzQs39DvkstGPX-78" parent="1" style="swimlane;fontStyle=1;align=center;verticalAlign=top;childLayout=stackLayout;horizontal=1;startSize=26;horizontalStack=0;resizeParent=1;resizeParentMax=0;resizeLast=0;collapsible=1;marginBottom=0;whiteSpace=wrap;html=1;" value="ShippingMethod" vertex="1">
          <mxGeometry height="138" width="180" x="192.5" y="-191" as="geometry" />
        </mxCell>
        <mxCell id="pfDlptEzQs39DvkstGPX-79" parent="pfDlptEzQs39DvkstGPX-78" style="text;strokeColor=none;fillColor=none;align=left;verticalAlign=top;spacingLeft=4;spacingRight=4;overflow=hidden;rotatable=0;points=[[0,0.5],[1,0.5]];portConstraint=eastwest;whiteSpace=wrap;html=1;" value="+ name" vertex="1">
          <mxGeometry height="26" width="180" y="26" as="geometry" />
        </mxCell>
        <mxCell id="pfDlptEzQs39DvkstGPX-80" parent="pfDlptEzQs39DvkstGPX-78" style="text;strokeColor=none;fillColor=none;align=left;verticalAlign=top;spacingLeft=4;spacingRight=4;overflow=hidden;rotatable=0;points=[[0,0.5],[1,0.5]];portConstraint=eastwest;whiteSpace=wrap;html=1;" value="+ price" vertex="1">
          <mxGeometry height="26" width="180" y="52" as="geometry" />
        </mxCell>
        <mxCell id="pfDlptEzQs39DvkstGPX-83" parent="pfDlptEzQs39DvkstGPX-78" style="text;strokeColor=none;fillColor=none;align=left;verticalAlign=top;spacingLeft=4;spacingRight=4;overflow=hidden;rotatable=0;points=[[0,0.5],[1,0.5]];portConstraint=eastwest;whiteSpace=wrap;html=1;" value="+ estimated_delivery" vertex="1">
          <mxGeometry height="26" width="180" y="78" as="geometry" />
        </mxCell>
        <mxCell id="pfDlptEzQs39DvkstGPX-81" parent="pfDlptEzQs39DvkstGPX-78" style="line;strokeWidth=1;fillColor=none;align=left;verticalAlign=middle;spacingTop=-1;spacingLeft=3;spacingRight=3;rotatable=0;labelPosition=right;points=[];portConstraint=eastwest;strokeColor=inherit;" value="" vertex="1">
          <mxGeometry height="8" width="180" y="104" as="geometry" />
        </mxCell>
        <mxCell id="pfDlptEzQs39DvkstGPX-82" parent="pfDlptEzQs39DvkstGPX-78" style="text;strokeColor=none;fillColor=none;align=left;verticalAlign=top;spacingLeft=4;spacingRight=4;overflow=hidden;rotatable=0;points=[[0,0.5],[1,0.5]];portConstraint=eastwest;whiteSpace=wrap;html=1;" value="+ calculate_delivery_window" vertex="1">
          <mxGeometry height="26" width="180" y="112" as="geometry" />
        </mxCell>
        <mxCell id="pfDlptEzQs39DvkstGPX-84" parent="1" style="swimlane;fontStyle=1;align=center;verticalAlign=top;childLayout=stackLayout;horizontal=1;startSize=26;horizontalStack=0;resizeParent=1;resizeParentMax=0;resizeLast=0;collapsible=1;marginBottom=0;whiteSpace=wrap;html=1;" value="OrderItem" vertex="1">
          <mxGeometry height="112" width="160" x="760" y="84" as="geometry" />
        </mxCell>
        <mxCell id="pfDlptEzQs39DvkstGPX-86" parent="pfDlptEzQs39DvkstGPX-84" style="text;strokeColor=none;fillColor=none;align=left;verticalAlign=top;spacingLeft=4;spacingRight=4;overflow=hidden;rotatable=0;points=[[0,0.5],[1,0.5]];portConstraint=eastwest;whiteSpace=wrap;html=1;" value="+ quantity" vertex="1">
          <mxGeometry height="26" width="160" y="26" as="geometry" />
        </mxCell>
        <mxCell id="pfDlptEzQs39DvkstGPX-87" parent="pfDlptEzQs39DvkstGPX-84" style="text;strokeColor=none;fillColor=none;align=left;verticalAlign=top;spacingLeft=4;spacingRight=4;overflow=hidden;rotatable=0;points=[[0,0.5],[1,0.5]];portConstraint=eastwest;whiteSpace=wrap;html=1;" value="+ price_per_unit" vertex="1">
          <mxGeometry height="26" width="160" y="52" as="geometry" />
        </mxCell>
        <mxCell id="pfDlptEzQs39DvkstGPX-93" parent="pfDlptEzQs39DvkstGPX-84" style="line;strokeWidth=1;fillColor=none;align=left;verticalAlign=middle;spacingTop=-1;spacingLeft=3;spacingRight=3;rotatable=0;labelPosition=right;points=[];portConstraint=eastwest;strokeColor=inherit;" value="" vertex="1">
          <mxGeometry height="8" width="160" y="78" as="geometry" />
        </mxCell>
        <mxCell id="pfDlptEzQs39DvkstGPX-94" parent="pfDlptEzQs39DvkstGPX-84" style="text;strokeColor=none;fillColor=none;align=left;verticalAlign=top;spacingLeft=4;spacingRight=4;overflow=hidden;rotatable=0;points=[[0,0.5],[1,0.5]];portConstraint=eastwest;whiteSpace=wrap;html=1;" value="+ get_total_price" vertex="1">
          <mxGeometry height="26" width="160" y="86" as="geometry" />
        </mxCell>
        <mxCell id="pfDlptEzQs39DvkstGPX-108" parent="1" style="swimlane;fontStyle=1;align=center;verticalAlign=top;childLayout=stackLayout;horizontal=1;startSize=26;horizontalStack=0;resizeParent=1;resizeParentMax=0;resizeLast=0;collapsible=1;marginBottom=0;whiteSpace=wrap;html=1;" value="Publisher" vertex="1">
          <mxGeometry height="86" width="160" x="1716" y="380" as="geometry" />
        </mxCell>
        <mxCell id="pfDlptEzQs39DvkstGPX-109" parent="pfDlptEzQs39DvkstGPX-108" style="text;strokeColor=none;fillColor=none;align=left;verticalAlign=top;spacingLeft=4;spacingRight=4;overflow=hidden;rotatable=0;points=[[0,0.5],[1,0.5]];portConstraint=eastwest;whiteSpace=wrap;html=1;" value="+ name" vertex="1">
          <mxGeometry height="26" width="160" y="26" as="geometry" />
        </mxCell>
        <mxCell id="pfDlptEzQs39DvkstGPX-111" parent="pfDlptEzQs39DvkstGPX-108" style="line;strokeWidth=1;fillColor=none;align=left;verticalAlign=middle;spacingTop=-1;spacingLeft=3;spacingRight=3;rotatable=0;labelPosition=right;points=[];portConstraint=eastwest;strokeColor=inherit;" value="" vertex="1">
          <mxGeometry height="8" width="160" y="52" as="geometry" />
        </mxCell>
        <mxCell id="pfDlptEzQs39DvkstGPX-112" parent="pfDlptEzQs39DvkstGPX-108" style="text;strokeColor=none;fillColor=none;align=left;verticalAlign=top;spacingLeft=4;spacingRight=4;overflow=hidden;rotatable=0;points=[[0,0.5],[1,0.5]];portConstraint=eastwest;whiteSpace=wrap;html=1;" value="&amp;nbsp;&amp;nbsp;" vertex="1">
          <mxGeometry height="26" width="160" y="60" as="geometry" />
        </mxCell>
        <mxCell id="pfDlptEzQs39DvkstGPX-115" parent="1" style="swimlane;fontStyle=1;align=center;verticalAlign=top;childLayout=stackLayout;horizontal=1;startSize=26;horizontalStack=0;resizeParent=1;resizeParentMax=0;resizeLast=0;collapsible=1;marginBottom=0;whiteSpace=wrap;html=1;" value="Genre" vertex="1">
          <mxGeometry height="112" width="160" x="1716" y="250" as="geometry" />
        </mxCell>
        <mxCell id="pfDlptEzQs39DvkstGPX-116" parent="pfDlptEzQs39DvkstGPX-115" style="text;strokeColor=none;fillColor=none;align=left;verticalAlign=top;spacingLeft=4;spacingRight=4;overflow=hidden;rotatable=0;points=[[0,0.5],[1,0.5]];portConstraint=eastwest;whiteSpace=wrap;html=1;" value="+ name" vertex="1">
          <mxGeometry height="26" width="160" y="26" as="geometry" />
        </mxCell>
        <mxCell id="pfDlptEzQs39DvkstGPX-117" parent="pfDlptEzQs39DvkstGPX-115" style="text;strokeColor=none;fillColor=none;align=left;verticalAlign=top;spacingLeft=4;spacingRight=4;overflow=hidden;rotatable=0;points=[[0,0.5],[1,0.5]];portConstraint=eastwest;whiteSpace=wrap;html=1;" value="+ description" vertex="1">
          <mxGeometry height="26" width="160" y="52" as="geometry" />
        </mxCell>
        <mxCell id="pfDlptEzQs39DvkstGPX-118" parent="pfDlptEzQs39DvkstGPX-115" style="line;strokeWidth=1;fillColor=none;align=left;verticalAlign=middle;spacingTop=-1;spacingLeft=3;spacingRight=3;rotatable=0;labelPosition=right;points=[];portConstraint=eastwest;strokeColor=inherit;" value="" vertex="1">
          <mxGeometry height="8" width="160" y="78" as="geometry" />
        </mxCell>
        <mxCell id="pfDlptEzQs39DvkstGPX-119" parent="pfDlptEzQs39DvkstGPX-115" style="text;strokeColor=none;fillColor=none;align=left;verticalAlign=top;spacingLeft=4;spacingRight=4;overflow=hidden;rotatable=0;points=[[0,0.5],[1,0.5]];portConstraint=eastwest;whiteSpace=wrap;html=1;" value="+ get_books" vertex="1">
          <mxGeometry height="26" width="160" y="86" as="geometry" />
        </mxCell>
        <mxCell id="pfDlptEzQs39DvkstGPX-125" parent="1" style="swimlane;fontStyle=1;align=center;verticalAlign=top;childLayout=stackLayout;horizontal=1;startSize=26;horizontalStack=0;resizeParent=1;resizeParentMax=0;resizeLast=0;collapsible=1;marginBottom=0;whiteSpace=wrap;html=1;" value="FAQ" vertex="1">
          <mxGeometry height="112" width="160" x="1266" y="-34" as="geometry" />
        </mxCell>
        <mxCell id="pfDlptEzQs39DvkstGPX-126" parent="pfDlptEzQs39DvkstGPX-125" style="text;strokeColor=none;fillColor=none;align=left;verticalAlign=top;spacingLeft=4;spacingRight=4;overflow=hidden;rotatable=0;points=[[0,0.5],[1,0.5]];portConstraint=eastwest;whiteSpace=wrap;html=1;" value="+ question" vertex="1">
          <mxGeometry height="26" width="160" y="26" as="geometry" />
        </mxCell>
        <mxCell id="pfDlptEzQs39DvkstGPX-127" parent="pfDlptEzQs39DvkstGPX-125" style="text;strokeColor=none;fillColor=none;align=left;verticalAlign=top;spacingLeft=4;spacingRight=4;overflow=hidden;rotatable=0;points=[[0,0.5],[1,0.5]];portConstraint=eastwest;whiteSpace=wrap;html=1;" value="+ answer" vertex="1">
          <mxGeometry height="26" width="160" y="52" as="geometry" />
        </mxCell>
        <mxCell id="pfDlptEzQs39DvkstGPX-128" parent="pfDlptEzQs39DvkstGPX-125" style="line;strokeWidth=1;fillColor=none;align=left;verticalAlign=middle;spacingTop=-1;spacingLeft=3;spacingRight=3;rotatable=0;labelPosition=right;points=[];portConstraint=eastwest;strokeColor=inherit;" value="" vertex="1">
          <mxGeometry height="8" width="160" y="78" as="geometry" />
        </mxCell>
        <mxCell id="pfDlptEzQs39DvkstGPX-129" parent="pfDlptEzQs39DvkstGPX-125" style="text;strokeColor=none;fillColor=none;align=left;verticalAlign=top;spacingLeft=4;spacingRight=4;overflow=hidden;rotatable=0;points=[[0,0.5],[1,0.5]];portConstraint=eastwest;whiteSpace=wrap;html=1;" value="&amp;nbsp;&amp;nbsp;" vertex="1">
          <mxGeometry height="26" width="160" y="86" as="geometry" />
        </mxCell>
        <mxCell id="pfDlptEzQs39DvkstGPX-130" parent="1" style="swimlane;fontStyle=1;align=center;verticalAlign=top;childLayout=stackLayout;horizontal=1;startSize=26;horizontalStack=0;resizeParent=1;resizeParentMax=0;resizeLast=0;collapsible=1;marginBottom=0;whiteSpace=wrap;html=1;" value="CarouselSlider" vertex="1">
          <mxGeometry height="164" width="160" x="1496" y="-34" as="geometry" />
        </mxCell>
        <mxCell id="pfDlptEzQs39DvkstGPX-131" parent="pfDlptEzQs39DvkstGPX-130" style="text;strokeColor=none;fillColor=none;align=left;verticalAlign=top;spacingLeft=4;spacingRight=4;overflow=hidden;rotatable=0;points=[[0,0.5],[1,0.5]];portConstraint=eastwest;whiteSpace=wrap;html=1;" value="+ title" vertex="1">
          <mxGeometry height="26" width="160" y="26" as="geometry" />
        </mxCell>
        <mxCell id="pfDlptEzQs39DvkstGPX-132" parent="pfDlptEzQs39DvkstGPX-130" style="text;strokeColor=none;fillColor=none;align=left;verticalAlign=top;spacingLeft=4;spacingRight=4;overflow=hidden;rotatable=0;points=[[0,0.5],[1,0.5]];portConstraint=eastwest;whiteSpace=wrap;html=1;" value="+ subtitle" vertex="1">
          <mxGeometry height="26" width="160" y="52" as="geometry" />
        </mxCell>
        <mxCell id="pfDlptEzQs39DvkstGPX-135" parent="pfDlptEzQs39DvkstGPX-130" style="text;strokeColor=none;fillColor=none;align=left;verticalAlign=top;spacingLeft=4;spacingRight=4;overflow=hidden;rotatable=0;points=[[0,0.5],[1,0.5]];portConstraint=eastwest;whiteSpace=wrap;html=1;" value="+ image" vertex="1">
          <mxGeometry height="26" width="160" y="78" as="geometry" />
        </mxCell>
        <mxCell id="pfDlptEzQs39DvkstGPX-136" parent="pfDlptEzQs39DvkstGPX-130" style="text;strokeColor=none;fillColor=none;align=left;verticalAlign=top;spacingLeft=4;spacingRight=4;overflow=hidden;rotatable=0;points=[[0,0.5],[1,0.5]];portConstraint=eastwest;whiteSpace=wrap;html=1;" value="+ link" vertex="1">
          <mxGeometry height="26" width="160" y="104" as="geometry" />
        </mxCell>
        <mxCell id="pfDlptEzQs39DvkstGPX-133" parent="pfDlptEzQs39DvkstGPX-130" style="line;strokeWidth=1;fillColor=none;align=left;verticalAlign=middle;spacingTop=-1;spacingLeft=3;spacingRight=3;rotatable=0;labelPosition=right;points=[];portConstraint=eastwest;strokeColor=inherit;" value="" vertex="1">
          <mxGeometry height="8" width="160" y="130" as="geometry" />
        </mxCell>
        <mxCell id="pfDlptEzQs39DvkstGPX-134" parent="pfDlptEzQs39DvkstGPX-130" style="text;strokeColor=none;fillColor=none;align=left;verticalAlign=top;spacingLeft=4;spacingRight=4;overflow=hidden;rotatable=0;points=[[0,0.5],[1,0.5]];portConstraint=eastwest;whiteSpace=wrap;html=1;" value="&amp;nbsp;&amp;nbsp;" vertex="1">
          <mxGeometry height="26" width="160" y="138" as="geometry" />
        </mxCell>
        <mxCell id="pfDlptEzQs39DvkstGPX-220" edge="1" parent="1" source="pfDlptEzQs39DvkstGPX-138" style="edgeStyle=orthogonalEdgeStyle;rounded=0;orthogonalLoop=1;jettySize=auto;html=1;startArrow=diamondThin;startFill=0;endArrow=none;endFill=0;exitX=1.004;exitY=0.937;exitDx=0;exitDy=0;exitPerimeter=0;entryX=0;entryY=0.559;entryDx=0;entryDy=0;entryPerimeter=0;" target="pfDlptEzQs39DvkstGPX-196">
          <mxGeometry relative="1" as="geometry">
            <mxPoint x="1051" y="401" as="targetPoint" />
          </mxGeometry>
        </mxCell>
        <mxCell id="pfDlptEzQs39DvkstGPX-221" edge="1" parent="1" style="edgeStyle=orthogonalEdgeStyle;rounded=0;orthogonalLoop=1;jettySize=auto;html=1;entryX=1;entryY=0.423;entryDx=0;entryDy=0;entryPerimeter=0;endArrow=diamondThin;endFill=1;exitX=0;exitY=0.5;exitDx=0;exitDy=0;">
          <mxGeometry relative="1" as="geometry">
            <mxPoint x="760" y="399.9999999999998" as="sourcePoint" />
            <mxPoint x="370" y="399.9979999999998" as="targetPoint" />
          </mxGeometry>
        </mxCell>
        <mxCell id="pfDlptEzQs39DvkstGPX-137" parent="1" style="swimlane;fontStyle=1;align=center;verticalAlign=top;childLayout=stackLayout;horizontal=1;startSize=26;horizontalStack=0;resizeParent=1;resizeParentMax=0;resizeLast=0;collapsible=1;marginBottom=0;whiteSpace=wrap;html=1;" value="Wishlist" vertex="1">
          <mxGeometry height="112" width="160" x="760" y="350" as="geometry" />
        </mxCell>
        <mxCell id="pfDlptEzQs39DvkstGPX-138" parent="pfDlptEzQs39DvkstGPX-137" style="text;strokeColor=none;fillColor=none;align=left;verticalAlign=top;spacingLeft=4;spacingRight=4;overflow=hidden;rotatable=0;points=[[0,0.5],[1,0.5]];portConstraint=eastwest;whiteSpace=wrap;html=1;" value="&amp;nbsp;&amp;nbsp;" vertex="1">
          <mxGeometry height="26" width="160" y="26" as="geometry" />
        </mxCell>
        <mxCell id="pfDlptEzQs39DvkstGPX-140" parent="pfDlptEzQs39DvkstGPX-137" style="line;strokeWidth=1;fillColor=none;align=left;verticalAlign=middle;spacingTop=-1;spacingLeft=3;spacingRight=3;rotatable=0;labelPosition=right;points=[];portConstraint=eastwest;strokeColor=inherit;" value="" vertex="1">
          <mxGeometry height="8" width="160" y="52" as="geometry" />
        </mxCell>
        <mxCell id="pfDlptEzQs39DvkstGPX-141" parent="pfDlptEzQs39DvkstGPX-137" style="text;strokeColor=none;fillColor=none;align=left;verticalAlign=top;spacingLeft=4;spacingRight=4;overflow=hidden;rotatable=0;points=[[0,0.5],[1,0.5]];portConstraint=eastwest;whiteSpace=wrap;html=1;" value="+ add_book" vertex="1">
          <mxGeometry height="26" width="160" y="60" as="geometry" />
        </mxCell>
        <mxCell id="pfDlptEzQs39DvkstGPX-142" parent="pfDlptEzQs39DvkstGPX-137" style="text;strokeColor=none;fillColor=none;align=left;verticalAlign=top;spacingLeft=4;spacingRight=4;overflow=hidden;rotatable=0;points=[[0,0.5],[1,0.5]];portConstraint=eastwest;whiteSpace=wrap;html=1;" value="+ remove_book" vertex="1">
          <mxGeometry height="26" width="160" y="86" as="geometry" />
        </mxCell>
        <mxCell id="pfDlptEzQs39DvkstGPX-222" edge="1" parent="1" source="pfDlptEzQs39DvkstGPX-149" style="edgeStyle=orthogonalEdgeStyle;rounded=0;orthogonalLoop=1;jettySize=auto;html=1;endArrow=diamondThin;endFill=1;entryX=1;entryY=0.5;entryDx=0;entryDy=0;exitX=0;exitY=0.5;exitDx=0;exitDy=0;" target="pfDlptEzQs39DvkstGPX-67">
          <mxGeometry relative="1" as="geometry">
            <mxPoint x="479.3599999999997" y="556.4739999999998" as="sourcePoint" />
            <mxPoint x="370" y="556.4739999999998" as="targetPoint" />
          </mxGeometry>
        </mxCell>
        <mxCell id="pfDlptEzQs39DvkstGPX-148" parent="1" style="swimlane;fontStyle=1;align=center;verticalAlign=top;childLayout=stackLayout;horizontal=1;startSize=26;horizontalStack=0;resizeParent=1;resizeParentMax=0;resizeLast=0;collapsible=1;marginBottom=0;whiteSpace=wrap;html=1;" value="Cart" vertex="1">
-           <mxGeometry height="138" width="160" x="480" y="514" as="geometry" />
+           <mxGeometry height="164" width="160" x="480" y="514" as="geometry" />
        </mxCell>
        <mxCell id="pfDlptEzQs39DvkstGPX-149" parent="pfDlptEzQs39DvkstGPX-148" style="text;strokeColor=none;fillColor=none;align=left;verticalAlign=top;spacingLeft=4;spacingRight=4;overflow=hidden;rotatable=0;points=[[0,0.5],[1,0.5]];portConstraint=eastwest;whiteSpace=wrap;html=1;" value="&amp;nbsp;&amp;nbsp;" vertex="1">
          <mxGeometry height="26" width="160" y="26" as="geometry" />
        </mxCell>
        <mxCell id="pfDlptEzQs39DvkstGPX-150" parent="pfDlptEzQs39DvkstGPX-148" style="line;strokeWidth=1;fillColor=none;align=left;verticalAlign=middle;spacingTop=-1;spacingLeft=3;spacingRight=3;rotatable=0;labelPosition=right;points=[];portConstraint=eastwest;strokeColor=inherit;" value="" vertex="1">
          <mxGeometry height="8" width="160" y="52" as="geometry" />
        </mxCell>
        <mxCell id="pfDlptEzQs39DvkstGPX-151" parent="pfDlptEzQs39DvkstGPX-148" style="text;strokeColor=none;fillColor=none;align=left;verticalAlign=top;spacingLeft=4;spacingRight=4;overflow=hidden;rotatable=0;points=[[0,0.5],[1,0.5]];portConstraint=eastwest;whiteSpace=wrap;html=1;" value="+ add_item" vertex="1">
          <mxGeometry height="26" width="160" y="60" as="geometry" />
        </mxCell>
        <mxCell id="pfDlptEzQs39DvkstGPX-152" parent="pfDlptEzQs39DvkstGPX-148" style="text;strokeColor=none;fillColor=none;align=left;verticalAlign=top;spacingLeft=4;spacingRight=4;overflow=hidden;rotatable=0;points=[[0,0.5],[1,0.5]];portConstraint=eastwest;whiteSpace=wrap;html=1;" value="+ remove_item" vertex="1">
          <mxGeometry height="26" width="160" y="86" as="geometry" />
        </mxCell>
        <mxCell id="pfDlptEzQs39DvkstGPX-153" parent="pfDlptEzQs39DvkstGPX-148" style="text;strokeColor=none;fillColor=none;align=left;verticalAlign=top;spacingLeft=4;spacingRight=4;overflow=hidden;rotatable=0;points=[[0,0.5],[1,0.5]];portConstraint=eastwest;whiteSpace=wrap;html=1;" value="+ get_total_price" vertex="1">
          <mxGeometry height="26" width="160" y="112" as="geometry" />
        </mxCell>
+         <mxCell id="pfDlptEzQs39DvkstGPX-248" parent="pfDlptEzQs39DvkstGPX-148" style="text;strokeColor=none;fillColor=none;align=left;verticalAlign=top;spacingLeft=4;spacingRight=4;overflow=hidden;rotatable=0;points=[[0,0.5],[1,0.5]];portConstraint=eastwest;whiteSpace=wrap;html=1;" value="+ empty_cart" vertex="1">
+           <mxGeometry height="26" width="160" y="138" as="geometry" />
+         </mxCell>
        <mxCell id="pfDlptEzQs39DvkstGPX-213" edge="1" parent="1" style="edgeStyle=orthogonalEdgeStyle;rounded=0;orthogonalLoop=1;jettySize=auto;html=1;endArrow=diamondThin;endFill=1;entryX=-0.002;entryY=0.855;entryDx=0;entryDy=0;entryPerimeter=0;">
          <mxGeometry relative="1" as="geometry">
            <mxPoint x="7.85" y="553.0000000000002" as="sourcePoint" />
            <mxPoint x="195.00000000000009" y="553.23" as="targetPoint" />
          </mxGeometry>
        </mxCell>
        <mxCell id="pfDlptEzQs39DvkstGPX-156" parent="1" style="swimlane;fontStyle=1;align=center;verticalAlign=top;childLayout=stackLayout;horizontal=1;startSize=26;horizontalStack=0;resizeParent=1;resizeParentMax=0;resizeLast=0;collapsible=1;marginBottom=0;whiteSpace=wrap;html=1;" value="PaymentMethod" vertex="1">
          <mxGeometry height="268" width="175" x="-167.5" y="462" as="geometry" />
        </mxCell>
        <mxCell id="pfDlptEzQs39DvkstGPX-157" parent="pfDlptEzQs39DvkstGPX-156" style="text;strokeColor=none;fillColor=none;align=left;verticalAlign=top;spacingLeft=4;spacingRight=4;overflow=hidden;rotatable=0;points=[[0,0.5],[1,0.5]];portConstraint=eastwest;whiteSpace=wrap;html=1;" value="- gateway_token" vertex="1">
          <mxGeometry height="26" width="175" y="26" as="geometry" />
        </mxCell>
        <mxCell id="pfDlptEzQs39DvkstGPX-158" parent="pfDlptEzQs39DvkstGPX-156" style="text;strokeColor=none;fillColor=none;align=left;verticalAlign=top;spacingLeft=4;spacingRight=4;overflow=hidden;rotatable=0;points=[[0,0.5],[1,0.5]];portConstraint=eastwest;whiteSpace=wrap;html=1;" value="+ card_brand" vertex="1">
          <mxGeometry height="26" width="175" y="52" as="geometry" />
        </mxCell>
        <mxCell id="pfDlptEzQs39DvkstGPX-159" parent="pfDlptEzQs39DvkstGPX-156" style="text;strokeColor=none;fillColor=none;align=left;verticalAlign=top;spacingLeft=4;spacingRight=4;overflow=hidden;rotatable=0;points=[[0,0.5],[1,0.5]];portConstraint=eastwest;whiteSpace=wrap;html=1;" value="+ last_four_digits" vertex="1">
          <mxGeometry height="26" width="175" y="78" as="geometry" />
        </mxCell>
        <mxCell id="pfDlptEzQs39DvkstGPX-160" parent="pfDlptEzQs39DvkstGPX-156" style="text;strokeColor=none;fillColor=none;align=left;verticalAlign=top;spacingLeft=4;spacingRight=4;overflow=hidden;rotatable=0;points=[[0,0.5],[1,0.5]];portConstraint=eastwest;whiteSpace=wrap;html=1;" value="+ expiration_month" vertex="1">
          <mxGeometry height="26" width="175" y="104" as="geometry" />
        </mxCell>
        <mxCell id="pfDlptEzQs39DvkstGPX-161" parent="pfDlptEzQs39DvkstGPX-156" style="text;strokeColor=none;fillColor=none;align=left;verticalAlign=top;spacingLeft=4;spacingRight=4;overflow=hidden;rotatable=0;points=[[0,0.5],[1,0.5]];portConstraint=eastwest;whiteSpace=wrap;html=1;" value="+ expiration_year" vertex="1">
          <mxGeometry height="26" width="175" y="130" as="geometry" />
        </mxCell>
        <mxCell id="pfDlptEzQs39DvkstGPX-162" parent="pfDlptEzQs39DvkstGPX-156" style="text;strokeColor=none;fillColor=none;align=left;verticalAlign=top;spacingLeft=4;spacingRight=4;overflow=hidden;rotatable=0;points=[[0,0.5],[1,0.5]];portConstraint=eastwest;whiteSpace=wrap;html=1;" value="+ is_default" vertex="1">
          <mxGeometry height="26" width="175" y="156" as="geometry" />
        </mxCell>
        <mxCell id="pfDlptEzQs39DvkstGPX-167" parent="pfDlptEzQs39DvkstGPX-156" style="line;strokeWidth=1;fillColor=none;align=left;verticalAlign=middle;spacingTop=-1;spacingLeft=3;spacingRight=3;rotatable=0;labelPosition=right;points=[];portConstraint=eastwest;strokeColor=inherit;" value="" vertex="1">
          <mxGeometry height="8" width="175" y="182" as="geometry" />
        </mxCell>
        <mxCell id="pfDlptEzQs39DvkstGPX-168" parent="pfDlptEzQs39DvkstGPX-156" style="text;strokeColor=none;fillColor=none;align=left;verticalAlign=top;spacingLeft=4;spacingRight=4;overflow=hidden;rotatable=0;points=[[0,0.5],[1,0.5]];portConstraint=eastwest;whiteSpace=wrap;html=1;" value="+ charge" vertex="1">
          <mxGeometry height="26" width="175" y="190" as="geometry" />
        </mxCell>
        <mxCell id="pfDlptEzQs39DvkstGPX-177" parent="pfDlptEzQs39DvkstGPX-156" style="text;strokeColor=none;fillColor=none;align=left;verticalAlign=top;spacingLeft=4;spacingRight=4;overflow=hidden;rotatable=0;points=[[0,0.5],[1,0.5]];portConstraint=eastwest;whiteSpace=wrap;html=1;" value="+ is_expired" vertex="1">
          <mxGeometry height="26" width="175" y="216" as="geometry" />
        </mxCell>
        <mxCell id="pfDlptEzQs39DvkstGPX-192" parent="pfDlptEzQs39DvkstGPX-156" style="text;strokeColor=none;fillColor=none;align=left;verticalAlign=top;spacingLeft=4;spacingRight=4;overflow=hidden;rotatable=0;points=[[0,0.5],[1,0.5]];portConstraint=eastwest;whiteSpace=wrap;html=1;" value="+ edit_payment_method" vertex="1">
          <mxGeometry height="26" width="175" y="242" as="geometry" />
        </mxCell>
        <mxCell id="pfDlptEzQs39DvkstGPX-180" edge="1" parent="1" source="ptOtu5GnEy84TG-qNskw-15" style="edgeStyle=orthogonalEdgeStyle;rounded=0;orthogonalLoop=1;jettySize=auto;html=1;endArrow=none;endFill=0;startArrow=diamondThin;startFill=0;exitX=1.005;exitY=0.893;exitDx=0;exitDy=0;exitPerimeter=0;">
          <mxGeometry relative="1" as="geometry">
            <mxPoint x="1716" y="433" as="targetPoint" />
          </mxGeometry>
        </mxCell>
        <mxCell id="pfDlptEzQs39DvkstGPX-181" edge="1" parent="1" source="ptOtu5GnEy84TG-qNskw-18" style="edgeStyle=orthogonalEdgeStyle;rounded=0;orthogonalLoop=1;jettySize=auto;html=1;entryX=-0.002;entryY=0.363;entryDx=0;entryDy=0;entryPerimeter=0;endArrow=none;endFill=0;startArrow=diamondThin;startFill=0;exitX=1;exitY=0.5;exitDx=0;exitDy=0;" target="pfDlptEzQs39DvkstGPX-119">
          <mxGeometry relative="1" as="geometry" />
        </mxCell>
        <mxCell id="pfDlptEzQs39DvkstGPX-183" edge="1" parent="1" source="pfDlptEzQs39DvkstGPX-194" style="edgeStyle=orthogonalEdgeStyle;rounded=0;orthogonalLoop=1;jettySize=auto;html=1;endArrow=none;endFill=0;startArrow=diamondThin;startFill=0;entryX=0;entryY=0.5;entryDx=0;entryDy=0;exitX=1.004;exitY=0.251;exitDx=0;exitDy=0;exitPerimeter=0;" target="pfDlptEzQs39DvkstGPX-100">
          <mxGeometry relative="1" as="geometry">
            <mxPoint x="1540" y="560" as="targetPoint" />
          </mxGeometry>
        </mxCell>
-         <mxCell id="pfDlptEzQs39DvkstGPX-186" edge="1" parent="1" source="ptOtu5GnEy84TG-qNskw-29" style="edgeStyle=orthogonalEdgeStyle;rounded=0;orthogonalLoop=1;jettySize=auto;html=1;endArrow=none;endFill=0;entryX=0.596;entryY=0.986;entryDx=0;entryDy=0;entryPerimeter=0;" target="pfDlptEzQs39DvkstGPX-241">
+         <mxCell id="pfDlptEzQs39DvkstGPX-186" edge="1" parent="1" source="ptOtu5GnEy84TG-qNskw-26" style="edgeStyle=orthogonalEdgeStyle;rounded=0;orthogonalLoop=1;jettySize=auto;html=1;endArrow=none;endFill=0;entryX=0.596;entryY=0.986;entryDx=0;entryDy=0;entryPerimeter=0;exitX=0.997;exitY=0.853;exitDx=0;exitDy=0;exitPerimeter=0;" target="pfDlptEzQs39DvkstGPX-241">
          <mxGeometry relative="1" as="geometry">
            <mxPoint x="1180" y="495" as="targetPoint" />
          </mxGeometry>
        </mxCell>
-         <mxCell id="pfDlptEzQs39DvkstGPX-187" edge="1" parent="1" source="pfDlptEzQs39DvkstGPX-193" style="edgeStyle=orthogonalEdgeStyle;rounded=0;orthogonalLoop=1;jettySize=auto;html=1;entryX=0;entryY=0.5;entryDx=0;entryDy=0;endArrow=none;endFill=0;startArrow=none;startFill=0;exitX=0.663;exitY=1;exitDx=0;exitDy=0;exitPerimeter=0;" target="ptOtu5GnEy84TG-qNskw-29">
-           <mxGeometry relative="1" as="geometry" />
+         <mxCell id="pfDlptEzQs39DvkstGPX-187" edge="1" parent="1" source="pfDlptEzQs39DvkstGPX-247" style="edgeStyle=orthogonalEdgeStyle;rounded=0;orthogonalLoop=1;jettySize=auto;html=1;entryX=0.003;entryY=0.814;entryDx=0;entryDy=0;endArrow=none;endFill=0;startArrow=none;startFill=0;entryPerimeter=0;exitX=1.005;exitY=0.41;exitDx=0;exitDy=0;exitPerimeter=0;" target="ptOtu5GnEy84TG-qNskw-26">
+           <mxGeometry relative="1" as="geometry">
+             <mxPoint x="380" y="767" as="sourcePoint" />
+           </mxGeometry>
        </mxCell>
        <mxCell id="pfDlptEzQs39DvkstGPX-207" edge="1" parent="1" source="pfDlptEzQs39DvkstGPX-195" style="edgeStyle=orthogonalEdgeStyle;rounded=0;orthogonalLoop=1;jettySize=auto;html=1;entryX=1.005;entryY=0.294;entryDx=0;entryDy=0;endArrow=diamondThin;endFill=0;startArrow=none;startFill=0;entryPerimeter=0;" target="pfDlptEzQs39DvkstGPX-86">
          <mxGeometry relative="1" as="geometry" />
        </mxCell>
        <mxCell id="pfDlptEzQs39DvkstGPX-195" parent="1" style="swimlane;fontStyle=1;align=center;verticalAlign=top;childLayout=stackLayout;horizontal=1;startSize=26;horizontalStack=0;resizeParent=1;resizeParentMax=0;resizeLast=0;collapsible=1;marginBottom=0;whiteSpace=wrap;html=1;" value="InventoryItem" vertex="1">
          <mxGeometry height="164" width="160" x="1050" y="360" as="geometry" />
        </mxCell>
        <mxCell id="pfDlptEzQs39DvkstGPX-196" parent="pfDlptEzQs39DvkstGPX-195" style="text;strokeColor=none;fillColor=none;align=left;verticalAlign=top;spacingLeft=4;spacingRight=4;overflow=hidden;rotatable=0;points=[[0,0.5],[1,0.5]];portConstraint=eastwest;whiteSpace=wrap;html=1;" value="+ format" vertex="1">
          <mxGeometry height="26" width="160" y="26" as="geometry" />
        </mxCell>
        <mxCell id="pfDlptEzQs39DvkstGPX-197" parent="pfDlptEzQs39DvkstGPX-195" style="text;strokeColor=none;fillColor=none;align=left;verticalAlign=top;spacingLeft=4;spacingRight=4;overflow=hidden;rotatable=0;points=[[0,0.5],[1,0.5]];portConstraint=eastwest;whiteSpace=wrap;html=1;" value="+ quantity" vertex="1">
          <mxGeometry height="26" width="160" y="52" as="geometry" />
        </mxCell>
        <mxCell id="pfDlptEzQs39DvkstGPX-198" parent="pfDlptEzQs39DvkstGPX-195" style="text;strokeColor=none;fillColor=none;align=left;verticalAlign=top;spacingLeft=4;spacingRight=4;overflow=hidden;rotatable=0;points=[[0,0.5],[1,0.5]];portConstraint=eastwest;whiteSpace=wrap;html=1;" value="+ price" vertex="1">
          <mxGeometry height="26" width="160" y="78" as="geometry" />
        </mxCell>
        <mxCell id="pfDlptEzQs39DvkstGPX-201" parent="pfDlptEzQs39DvkstGPX-195" style="text;strokeColor=none;fillColor=none;align=left;verticalAlign=top;spacingLeft=4;spacingRight=4;overflow=hidden;rotatable=0;points=[[0,0.5],[1,0.5]];portConstraint=eastwest;whiteSpace=wrap;html=1;" value="+ file_url" vertex="1">
          <mxGeometry height="26" width="160" y="104" as="geometry" />
        </mxCell>
        <mxCell id="pfDlptEzQs39DvkstGPX-199" parent="pfDlptEzQs39DvkstGPX-195" style="line;strokeWidth=1;fillColor=none;align=left;verticalAlign=middle;spacingTop=-1;spacingLeft=3;spacingRight=3;rotatable=0;labelPosition=right;points=[];portConstraint=eastwest;strokeColor=inherit;" value="" vertex="1">
          <mxGeometry height="8" width="160" y="130" as="geometry" />
        </mxCell>
        <mxCell id="pfDlptEzQs39DvkstGPX-200" parent="pfDlptEzQs39DvkstGPX-195" style="text;strokeColor=none;fillColor=none;align=left;verticalAlign=top;spacingLeft=4;spacingRight=4;overflow=hidden;rotatable=0;points=[[0,0.5],[1,0.5]];portConstraint=eastwest;whiteSpace=wrap;html=1;" value="&amp;nbsp;&amp;nbsp;" vertex="1">
          <mxGeometry height="26" width="160" y="138" as="geometry" />
        </mxCell>
        <mxCell id="pfDlptEzQs39DvkstGPX-202" edge="1" parent="1" source="pfDlptEzQs39DvkstGPX-197" style="edgeStyle=orthogonalEdgeStyle;rounded=0;orthogonalLoop=1;jettySize=auto;html=1;entryX=-0.002;entryY=0.92;entryDx=0;entryDy=0;entryPerimeter=0;exitX=0.997;exitY=0.838;exitDx=0;exitDy=0;exitPerimeter=0;startArrow=diamondThin;startFill=1;endArrow=none;endFill=0;" target="ptOtu5GnEy84TG-qNskw-15">
          <mxGeometry relative="1" as="geometry">
            <mxPoint x="1210" y="436" as="sourcePoint" />
          </mxGeometry>
        </mxCell>
        <mxCell id="pfDlptEzQs39DvkstGPX-206" edge="1" parent="1" source="ptOtu5GnEy84TG-qNskw-1" style="edgeStyle=orthogonalEdgeStyle;rounded=0;orthogonalLoop=1;jettySize=auto;html=1;entryX=-0.012;entryY=0.244;entryDx=0;entryDy=0;entryPerimeter=0;endArrow=none;endFill=0;startArrow=diamondThin;startFill=1;" target="pfDlptEzQs39DvkstGPX-86">
          <mxGeometry relative="1" as="geometry" />
        </mxCell>
        <mxCell id="pfDlptEzQs39DvkstGPX-226" parent="1" style="swimlane;fontStyle=1;align=center;verticalAlign=top;childLayout=stackLayout;horizontal=1;startSize=26;horizontalStack=0;resizeParent=1;resizeParentMax=0;resizeLast=0;collapsible=1;marginBottom=0;whiteSpace=wrap;html=1;" value="Preferences" vertex="1">
          <mxGeometry height="112" width="160" x="202.5" y="846" as="geometry" />
        </mxCell>
        <mxCell id="pfDlptEzQs39DvkstGPX-227" parent="pfDlptEzQs39DvkstGPX-226" style="text;strokeColor=none;fillColor=none;align=left;verticalAlign=top;spacingLeft=4;spacingRight=4;overflow=hidden;rotatable=0;points=[[0,0.5],[1,0.5]];portConstraint=eastwest;whiteSpace=wrap;html=1;" value="+ order_status_updates" vertex="1">
          <mxGeometry height="26" width="160" y="26" as="geometry" />
        </mxCell>
        <mxCell id="pfDlptEzQs39DvkstGPX-228" parent="pfDlptEzQs39DvkstGPX-226" style="text;strokeColor=none;fillColor=none;align=left;verticalAlign=top;spacingLeft=4;spacingRight=4;overflow=hidden;rotatable=0;points=[[0,0.5],[1,0.5]];portConstraint=eastwest;whiteSpace=wrap;html=1;" value="+ weekly_newsletter" vertex="1">
          <mxGeometry height="26" width="160" y="52" as="geometry" />
        </mxCell>
        <mxCell id="pfDlptEzQs39DvkstGPX-230" parent="pfDlptEzQs39DvkstGPX-226" style="line;strokeWidth=1;fillColor=none;align=left;verticalAlign=middle;spacingTop=-1;spacingLeft=3;spacingRight=3;rotatable=0;labelPosition=right;points=[];portConstraint=eastwest;strokeColor=inherit;" value="" vertex="1">
          <mxGeometry height="8" width="160" y="78" as="geometry" />
        </mxCell>
        <mxCell id="pfDlptEzQs39DvkstGPX-231" parent="pfDlptEzQs39DvkstGPX-226" style="text;strokeColor=none;fillColor=none;align=left;verticalAlign=top;spacingLeft=4;spacingRight=4;overflow=hidden;rotatable=0;points=[[0,0.5],[1,0.5]];portConstraint=eastwest;whiteSpace=wrap;html=1;" value="&amp;nbsp;&amp;nbsp;" vertex="1">
          <mxGeometry height="26" width="160" y="86" as="geometry" />
        </mxCell>
        <mxCell id="pfDlptEzQs39DvkstGPX-232" edge="1" parent="1" source="pfDlptEzQs39DvkstGPX-1" style="edgeStyle=orthogonalEdgeStyle;rounded=0;orthogonalLoop=1;jettySize=auto;html=1;endArrow=none;endFill=0;startArrow=diamondThin;startFill=1;entryX=0.5;entryY=0;entryDx=0;entryDy=0;" target="pfDlptEzQs39DvkstGPX-226">
          <mxGeometry relative="1" as="geometry" />
        </mxCell>
        <mxCell id="pfDlptEzQs39DvkstGPX-240" edge="1" parent="1" source="pfDlptEzQs39DvkstGPX-234" style="edgeStyle=orthogonalEdgeStyle;rounded=0;orthogonalLoop=1;jettySize=auto;html=1;entryX=1;entryY=0.5;entryDx=0;entryDy=0;endArrow=diamondThin;endFill=1;exitX=0;exitY=0.5;exitDx=0;exitDy=0;" target="pfDlptEzQs39DvkstGPX-149">
          <mxGeometry relative="1" as="geometry" />
        </mxCell>
        <mxCell id="pfDlptEzQs39DvkstGPX-233" parent="1" style="swimlane;fontStyle=1;align=center;verticalAlign=top;childLayout=stackLayout;horizontal=1;startSize=26;horizontalStack=0;resizeParent=1;resizeParentMax=0;resizeLast=0;collapsible=1;marginBottom=0;whiteSpace=wrap;html=1;" value="CartItem" vertex="1">
          <mxGeometry height="86" width="160" x="760" y="514" as="geometry" />
        </mxCell>
        <mxCell id="pfDlptEzQs39DvkstGPX-234" parent="pfDlptEzQs39DvkstGPX-233" style="text;strokeColor=none;fillColor=none;align=left;verticalAlign=top;spacingLeft=4;spacingRight=4;overflow=hidden;rotatable=0;points=[[0,0.5],[1,0.5]];portConstraint=eastwest;whiteSpace=wrap;html=1;" value="+ quantity" vertex="1">
          <mxGeometry height="26" width="160" y="26" as="geometry" />
        </mxCell>
        <mxCell id="pfDlptEzQs39DvkstGPX-235" parent="pfDlptEzQs39DvkstGPX-233" style="line;strokeWidth=1;fillColor=none;align=left;verticalAlign=middle;spacingTop=-1;spacingLeft=3;spacingRight=3;rotatable=0;labelPosition=right;points=[];portConstraint=eastwest;strokeColor=inherit;" value="" vertex="1">
          <mxGeometry height="8" width="160" y="52" as="geometry" />
        </mxCell>
        <mxCell id="pfDlptEzQs39DvkstGPX-238" parent="pfDlptEzQs39DvkstGPX-233" style="text;strokeColor=none;fillColor=none;align=left;verticalAlign=top;spacingLeft=4;spacingRight=4;overflow=hidden;rotatable=0;points=[[0,0.5],[1,0.5]];portConstraint=eastwest;whiteSpace=wrap;html=1;" value="+ get_total_price" vertex="1">
          <mxGeometry height="26" width="160" y="60" as="geometry" />
        </mxCell>
        <mxCell id="pfDlptEzQs39DvkstGPX-239" edge="1" parent="1" source="pfDlptEzQs39DvkstGPX-234" style="edgeStyle=orthogonalEdgeStyle;rounded=0;orthogonalLoop=1;jettySize=auto;html=1;endArrow=none;endFill=0;startArrow=diamondThin;startFill=0;exitX=1;exitY=0.5;exitDx=0;exitDy=0;entryX=0.548;entryY=0.993;entryDx=0;entryDy=0;entryPerimeter=0;" target="pfDlptEzQs39DvkstGPX-200">
          <mxGeometry relative="1" as="geometry">
            <mxPoint x="1080" y="410" as="targetPoint" />
          </mxGeometry>
        </mxCell>
        <mxCell id="pfDlptEzQs39DvkstGPX-245" edge="1" parent="1" source="ptOtu5GnEy84TG-qNskw-1" style="edgeStyle=orthogonalEdgeStyle;rounded=0;orthogonalLoop=1;jettySize=auto;html=1;entryX=0.999;entryY=0.68;entryDx=0;entryDy=0;entryPerimeter=0;" target="pfDlptEzQs39DvkstGPX-52">
          <mxGeometry relative="1" as="geometry" />
        </mxCell>
      </root>
    </mxGraphModel>
  </diagram>
</mxfile>
